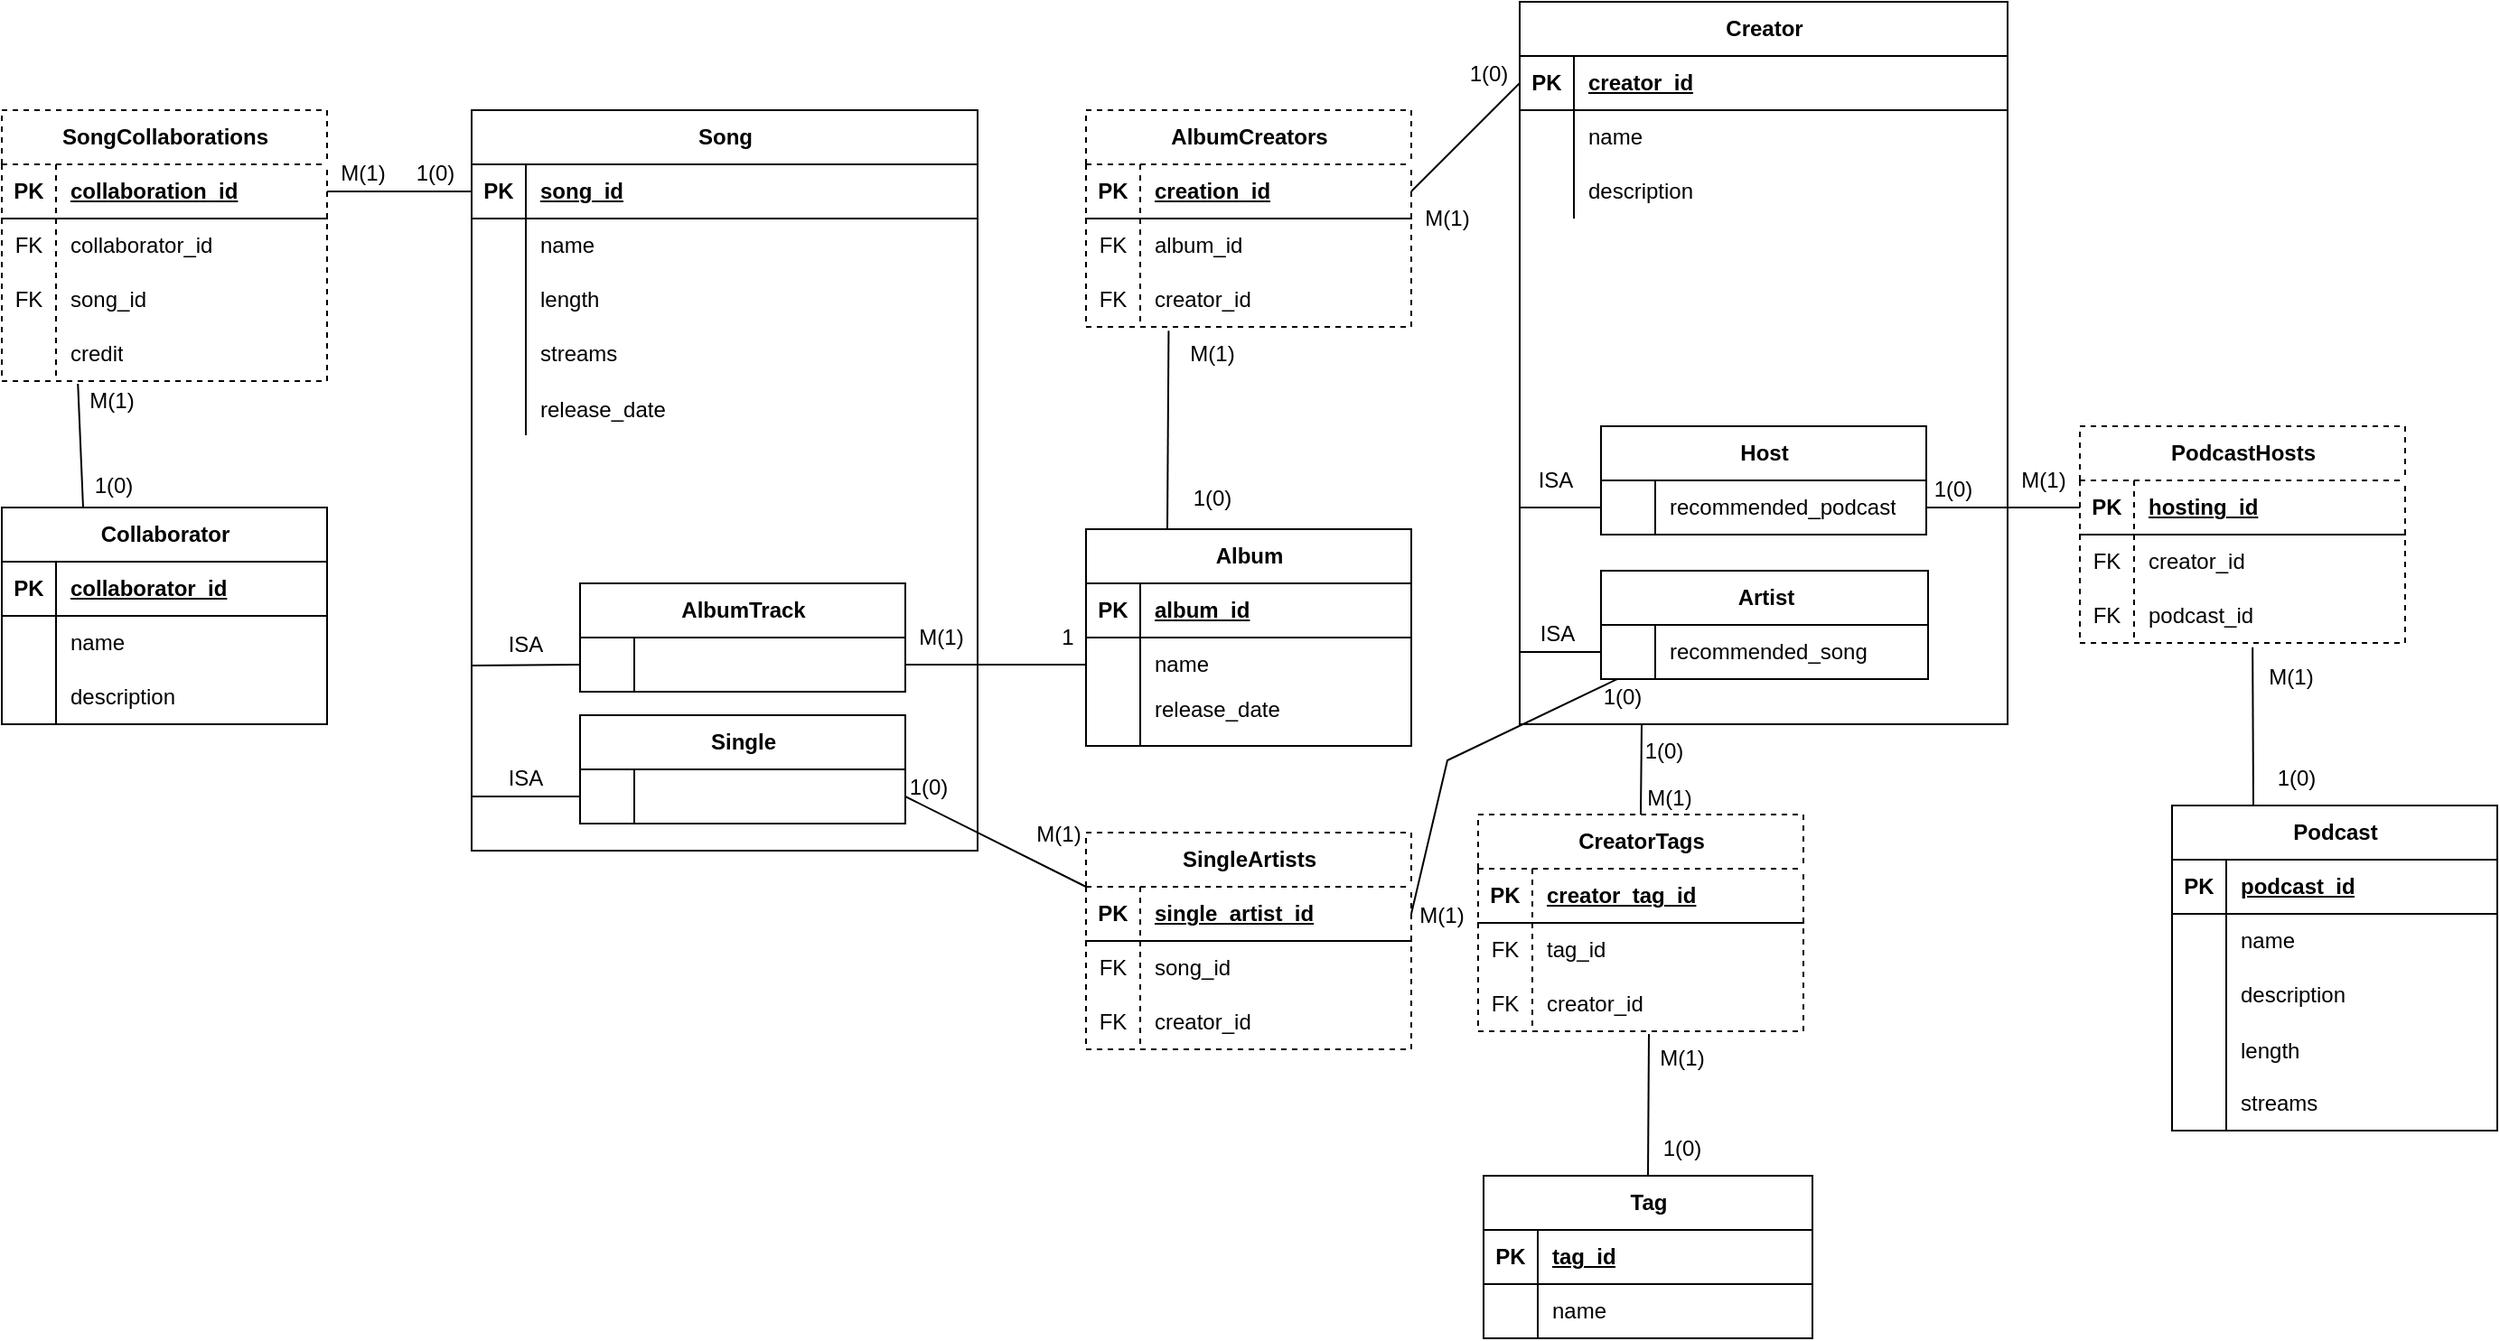
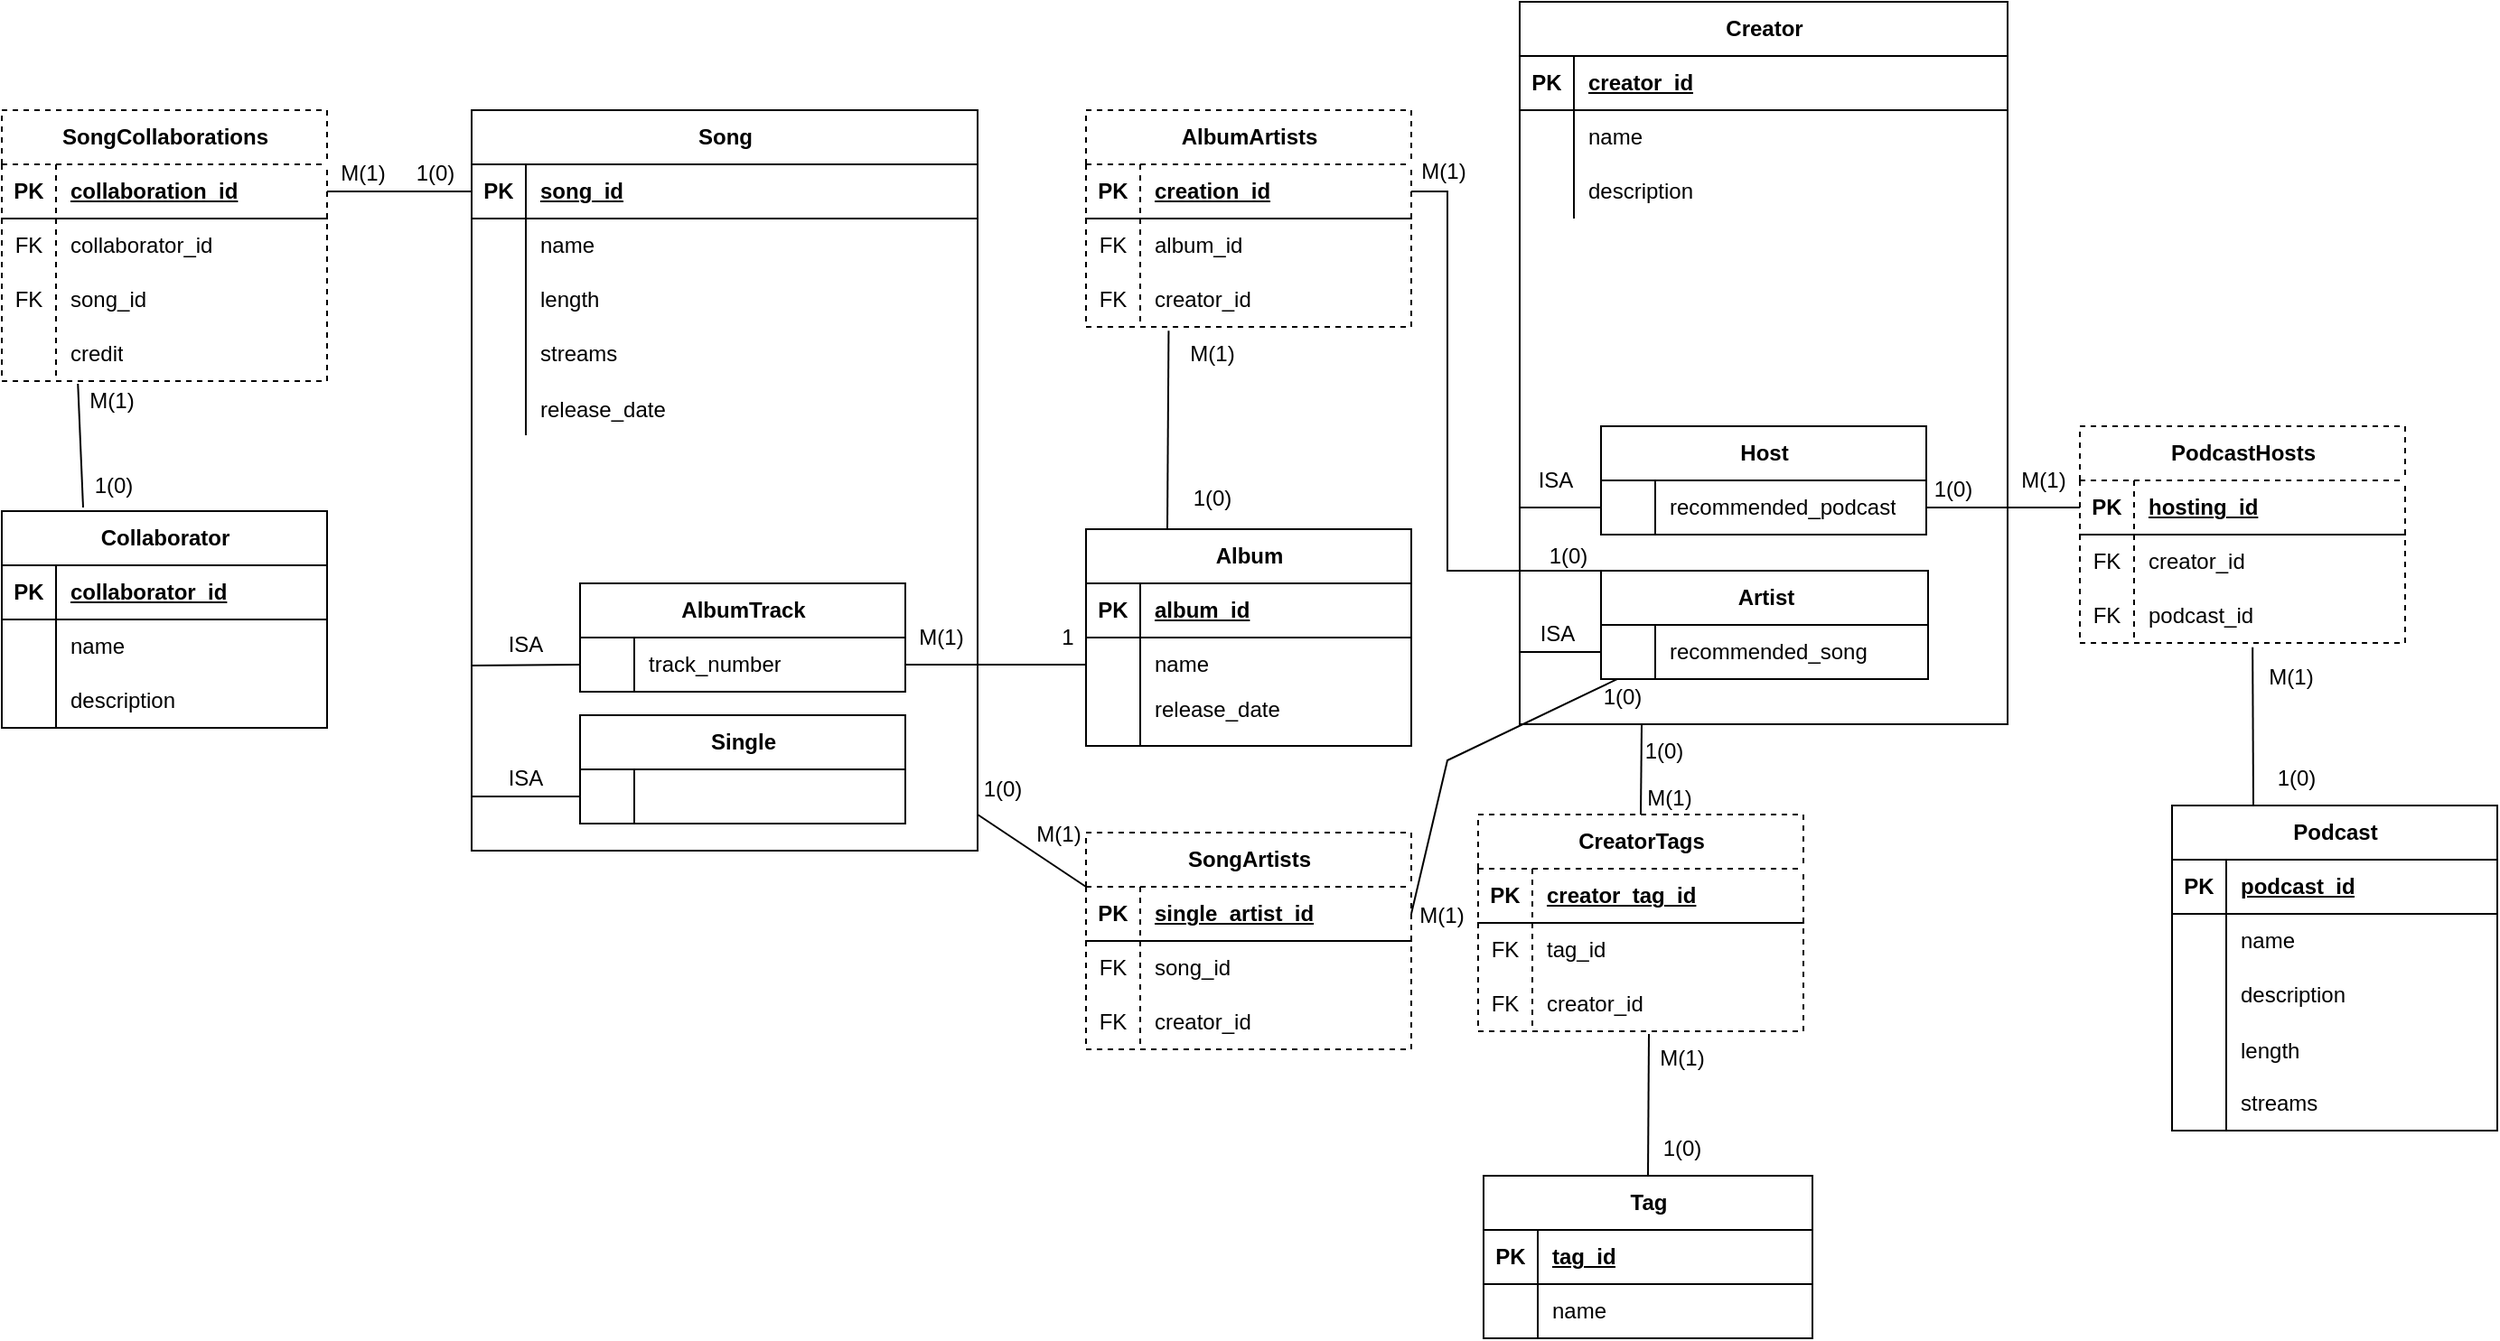
- <mxfile host="app.diagrams.net">
+ <mxfile host="Electron">
  <diagram name="Page-1" id="c-QZZQiSnRCh9IkJ3Fyq">
-     <mxGraphModel dx="2452" dy="872" grid="1" gridSize="10" guides="1" tooltips="1" connect="1" arrows="1" fold="1" page="1" pageScale="1" pageWidth="850" pageHeight="1100" math="0" shadow="0">
+     <mxGraphModel dx="2421" dy="918" grid="1" gridSize="10" guides="1" tooltips="1" connect="1" arrows="1" fold="1" page="1" pageScale="1" pageWidth="850" pageHeight="1100" math="0" shadow="0">
      <root>
        <mxCell id="0" />
        <mxCell id="1" parent="0" />
        <mxCell id="LGiJ1s8ebAZpOH5uJc-B-1" parent="1" style="shape=table;startSize=30;container=1;collapsible=1;childLayout=tableLayout;fixedRows=1;rowLines=0;fontStyle=1;align=center;resizeLast=1;html=1;" value="Creator" vertex="1">
          <mxGeometry height="400" width="270" x="620" as="geometry" />
        </mxCell>
        <mxCell id="LGiJ1s8ebAZpOH5uJc-B-2" parent="LGiJ1s8ebAZpOH5uJc-B-1" style="shape=tableRow;horizontal=0;startSize=0;swimlaneHead=0;swimlaneBody=0;fillColor=none;collapsible=0;dropTarget=0;points=[[0,0.5],[1,0.5]];portConstraint=eastwest;top=0;left=0;right=0;bottom=1;" value="" vertex="1">
          <mxGeometry height="30" width="270" y="30" as="geometry" />
        </mxCell>
        <mxCell id="LGiJ1s8ebAZpOH5uJc-B-3" parent="LGiJ1s8ebAZpOH5uJc-B-2" style="shape=partialRectangle;connectable=0;fillColor=none;top=0;left=0;bottom=0;right=0;fontStyle=1;overflow=hidden;whiteSpace=wrap;html=1;" value="PK" vertex="1">
          <mxGeometry height="30" width="30" as="geometry">
            <mxRectangle height="30" width="30" as="alternateBounds" />
          </mxGeometry>
        </mxCell>
        <mxCell id="LGiJ1s8ebAZpOH5uJc-B-4" parent="LGiJ1s8ebAZpOH5uJc-B-2" style="shape=partialRectangle;connectable=0;fillColor=none;top=0;left=0;bottom=0;right=0;align=left;spacingLeft=6;fontStyle=5;overflow=hidden;whiteSpace=wrap;html=1;" value="creator_id" vertex="1">
          <mxGeometry height="30" width="240" x="30" as="geometry">
            <mxRectangle height="30" width="240" as="alternateBounds" />
          </mxGeometry>
        </mxCell>
        <mxCell id="LGiJ1s8ebAZpOH5uJc-B-5" parent="LGiJ1s8ebAZpOH5uJc-B-1" style="shape=tableRow;horizontal=0;startSize=0;swimlaneHead=0;swimlaneBody=0;fillColor=none;collapsible=0;dropTarget=0;points=[[0,0.5],[1,0.5]];portConstraint=eastwest;top=0;left=0;right=0;bottom=0;" value="" vertex="1">
          <mxGeometry height="30" width="270" y="60" as="geometry" />
        </mxCell>
        <mxCell id="LGiJ1s8ebAZpOH5uJc-B-6" parent="LGiJ1s8ebAZpOH5uJc-B-5" style="shape=partialRectangle;connectable=0;fillColor=none;top=0;left=0;bottom=0;right=0;editable=1;overflow=hidden;whiteSpace=wrap;html=1;" value="" vertex="1">
          <mxGeometry height="30" width="30" as="geometry">
            <mxRectangle height="30" width="30" as="alternateBounds" />
          </mxGeometry>
        </mxCell>
        <mxCell id="LGiJ1s8ebAZpOH5uJc-B-7" parent="LGiJ1s8ebAZpOH5uJc-B-5" style="shape=partialRectangle;connectable=0;fillColor=none;top=0;left=0;bottom=0;right=0;align=left;spacingLeft=6;overflow=hidden;whiteSpace=wrap;html=1;" value="name" vertex="1">
          <mxGeometry height="30" width="240" x="30" as="geometry">
            <mxRectangle height="30" width="240" as="alternateBounds" />
          </mxGeometry>
        </mxCell>
        <mxCell id="LGiJ1s8ebAZpOH5uJc-B-8" parent="LGiJ1s8ebAZpOH5uJc-B-1" style="shape=tableRow;horizontal=0;startSize=0;swimlaneHead=0;swimlaneBody=0;fillColor=none;collapsible=0;dropTarget=0;points=[[0,0.5],[1,0.5]];portConstraint=eastwest;top=0;left=0;right=0;bottom=0;" value="" vertex="1">
          <mxGeometry height="30" width="270" y="90" as="geometry" />
        </mxCell>
        <mxCell id="LGiJ1s8ebAZpOH5uJc-B-9" parent="LGiJ1s8ebAZpOH5uJc-B-8" style="shape=partialRectangle;connectable=0;fillColor=none;top=0;left=0;bottom=0;right=0;editable=1;overflow=hidden;whiteSpace=wrap;html=1;" value="" vertex="1">
          <mxGeometry height="30" width="30" as="geometry">
            <mxRectangle height="30" width="30" as="alternateBounds" />
          </mxGeometry>
        </mxCell>
        <mxCell id="LGiJ1s8ebAZpOH5uJc-B-10" parent="LGiJ1s8ebAZpOH5uJc-B-8" style="shape=partialRectangle;connectable=0;fillColor=none;top=0;left=0;bottom=0;right=0;align=left;spacingLeft=6;overflow=hidden;whiteSpace=wrap;html=1;" value="description" vertex="1">
          <mxGeometry height="30" width="240" x="30" as="geometry">
            <mxRectangle height="30" width="240" as="alternateBounds" />
          </mxGeometry>
        </mxCell>
        <mxCell id="UtRs8WN_C0BMRGelSaca-1" parent="1" style="shape=table;startSize=30;container=1;collapsible=1;childLayout=tableLayout;fixedRows=1;rowLines=0;fontStyle=1;align=center;resizeLast=1;html=1;" value="Artist" vertex="1">
          <mxGeometry height="60" width="181" x="665" y="315" as="geometry" />
        </mxCell>
        <mxCell id="UtRs8WN_C0BMRGelSaca-5" parent="UtRs8WN_C0BMRGelSaca-1" style="shape=tableRow;horizontal=0;startSize=0;swimlaneHead=0;swimlaneBody=0;fillColor=none;collapsible=0;dropTarget=0;points=[[0,0.5],[1,0.5]];portConstraint=eastwest;top=0;left=0;right=0;bottom=0;" value="" vertex="1">
          <mxGeometry height="30" width="181" y="30" as="geometry" />
        </mxCell>
        <mxCell id="UtRs8WN_C0BMRGelSaca-6" parent="UtRs8WN_C0BMRGelSaca-5" style="shape=partialRectangle;connectable=0;fillColor=none;top=0;left=0;bottom=0;right=0;editable=1;overflow=hidden;whiteSpace=wrap;html=1;" value="" vertex="1">
          <mxGeometry height="30" width="30" as="geometry">
            <mxRectangle height="30" width="30" as="alternateBounds" />
          </mxGeometry>
        </mxCell>
        <mxCell id="UtRs8WN_C0BMRGelSaca-7" parent="UtRs8WN_C0BMRGelSaca-5" style="shape=partialRectangle;connectable=0;fillColor=none;top=0;left=0;bottom=0;right=0;align=left;spacingLeft=6;overflow=hidden;whiteSpace=wrap;html=1;" value="recommended_song" vertex="1">
          <mxGeometry height="30" width="151" x="30" as="geometry">
            <mxRectangle height="30" width="151" as="alternateBounds" />
          </mxGeometry>
        </mxCell>
        <mxCell id="UtRs8WN_C0BMRGelSaca-14" parent="1" style="shape=table;startSize=30;container=1;collapsible=1;childLayout=tableLayout;fixedRows=1;rowLines=0;fontStyle=1;align=center;resizeLast=1;html=1;" value="Host" vertex="1">
          <mxGeometry height="60" width="180" x="665" y="235" as="geometry" />
        </mxCell>
        <mxCell id="UtRs8WN_C0BMRGelSaca-24" parent="UtRs8WN_C0BMRGelSaca-14" style="shape=tableRow;horizontal=0;startSize=0;swimlaneHead=0;swimlaneBody=0;fillColor=none;collapsible=0;dropTarget=0;points=[[0,0.5],[1,0.5]];portConstraint=eastwest;top=0;left=0;right=0;bottom=0;" value="" vertex="1">
          <mxGeometry height="30" width="180" y="30" as="geometry" />
        </mxCell>
        <mxCell id="UtRs8WN_C0BMRGelSaca-25" parent="UtRs8WN_C0BMRGelSaca-24" style="shape=partialRectangle;connectable=0;fillColor=none;top=0;left=0;bottom=0;right=0;editable=1;overflow=hidden;whiteSpace=wrap;html=1;" value="" vertex="1">
          <mxGeometry height="30" width="30" as="geometry">
            <mxRectangle height="30" width="30" as="alternateBounds" />
          </mxGeometry>
        </mxCell>
        <mxCell id="UtRs8WN_C0BMRGelSaca-26" parent="UtRs8WN_C0BMRGelSaca-24" style="shape=partialRectangle;connectable=0;fillColor=none;top=0;left=0;bottom=0;right=0;align=left;spacingLeft=6;overflow=hidden;whiteSpace=wrap;html=1;" value="recommended_podcast" vertex="1">
          <mxGeometry height="30" width="150" x="30" as="geometry">
            <mxRectangle height="30" width="150" as="alternateBounds" />
          </mxGeometry>
        </mxCell>
        <mxCell id="UtRs8WN_C0BMRGelSaca-149" edge="1" parent="1" style="edgeStyle=orthogonalEdgeStyle;rounded=0;orthogonalLoop=1;jettySize=auto;html=1;exitX=0;exitY=0.75;exitDx=0;exitDy=0;">
          <mxGeometry relative="1" as="geometry">
            <mxPoint x="40" y="377.5" as="sourcePoint" />
            <mxPoint x="40" y="377.83333333333337" as="targetPoint" />
          </mxGeometry>
        </mxCell>
        <mxCell id="UtRs8WN_C0BMRGelSaca-27" parent="1" style="shape=table;startSize=30;container=1;collapsible=1;childLayout=tableLayout;fixedRows=1;rowLines=0;fontStyle=1;align=center;resizeLast=1;html=1;" value="Song" vertex="1">
          <mxGeometry height="410" width="280" x="40" y="60" as="geometry" />
        </mxCell>
        <mxCell id="UtRs8WN_C0BMRGelSaca-28" parent="UtRs8WN_C0BMRGelSaca-27" style="shape=tableRow;horizontal=0;startSize=0;swimlaneHead=0;swimlaneBody=0;fillColor=none;collapsible=0;dropTarget=0;points=[[0,0.5],[1,0.5]];portConstraint=eastwest;top=0;left=0;right=0;bottom=1;" value="" vertex="1">
          <mxGeometry height="30" width="280" y="30" as="geometry" />
        </mxCell>
        <mxCell id="UtRs8WN_C0BMRGelSaca-29" parent="UtRs8WN_C0BMRGelSaca-28" style="shape=partialRectangle;connectable=0;fillColor=none;top=0;left=0;bottom=0;right=0;fontStyle=1;overflow=hidden;whiteSpace=wrap;html=1;" value="PK" vertex="1">
          <mxGeometry height="30" width="30" as="geometry">
            <mxRectangle height="30" width="30" as="alternateBounds" />
          </mxGeometry>
        </mxCell>
        <mxCell id="UtRs8WN_C0BMRGelSaca-30" parent="UtRs8WN_C0BMRGelSaca-28" style="shape=partialRectangle;connectable=0;fillColor=none;top=0;left=0;bottom=0;right=0;align=left;spacingLeft=6;fontStyle=5;overflow=hidden;whiteSpace=wrap;html=1;" value="song_id" vertex="1">
          <mxGeometry height="30" width="250" x="30" as="geometry">
            <mxRectangle height="30" width="250" as="alternateBounds" />
          </mxGeometry>
        </mxCell>
        <mxCell id="UtRs8WN_C0BMRGelSaca-31" parent="UtRs8WN_C0BMRGelSaca-27" style="shape=tableRow;horizontal=0;startSize=0;swimlaneHead=0;swimlaneBody=0;fillColor=none;collapsible=0;dropTarget=0;points=[[0,0.5],[1,0.5]];portConstraint=eastwest;top=0;left=0;right=0;bottom=0;" value="" vertex="1">
          <mxGeometry height="30" width="280" y="60" as="geometry" />
        </mxCell>
        <mxCell id="UtRs8WN_C0BMRGelSaca-32" parent="UtRs8WN_C0BMRGelSaca-31" style="shape=partialRectangle;connectable=0;fillColor=none;top=0;left=0;bottom=0;right=0;editable=1;overflow=hidden;whiteSpace=wrap;html=1;" value="" vertex="1">
          <mxGeometry height="30" width="30" as="geometry">
            <mxRectangle height="30" width="30" as="alternateBounds" />
          </mxGeometry>
        </mxCell>
        <mxCell id="UtRs8WN_C0BMRGelSaca-33" parent="UtRs8WN_C0BMRGelSaca-31" style="shape=partialRectangle;connectable=0;fillColor=none;top=0;left=0;bottom=0;right=0;align=left;spacingLeft=6;overflow=hidden;whiteSpace=wrap;html=1;" value="name" vertex="1">
          <mxGeometry height="30" width="250" x="30" as="geometry">
            <mxRectangle height="30" width="250" as="alternateBounds" />
          </mxGeometry>
        </mxCell>
        <mxCell id="UtRs8WN_C0BMRGelSaca-34" parent="UtRs8WN_C0BMRGelSaca-27" style="shape=tableRow;horizontal=0;startSize=0;swimlaneHead=0;swimlaneBody=0;fillColor=none;collapsible=0;dropTarget=0;points=[[0,0.5],[1,0.5]];portConstraint=eastwest;top=0;left=0;right=0;bottom=0;" value="" vertex="1">
          <mxGeometry height="30" width="280" y="90" as="geometry" />
        </mxCell>
        <mxCell id="UtRs8WN_C0BMRGelSaca-35" parent="UtRs8WN_C0BMRGelSaca-34" style="shape=partialRectangle;connectable=0;fillColor=none;top=0;left=0;bottom=0;right=0;editable=1;overflow=hidden;whiteSpace=wrap;html=1;" value="" vertex="1">
          <mxGeometry height="30" width="30" as="geometry">
            <mxRectangle height="30" width="30" as="alternateBounds" />
          </mxGeometry>
        </mxCell>
        <mxCell id="UtRs8WN_C0BMRGelSaca-36" parent="UtRs8WN_C0BMRGelSaca-34" style="shape=partialRectangle;connectable=0;fillColor=none;top=0;left=0;bottom=0;right=0;align=left;spacingLeft=6;overflow=hidden;whiteSpace=wrap;html=1;" value="length" vertex="1">
          <mxGeometry height="30" width="250" x="30" as="geometry">
            <mxRectangle height="30" width="250" as="alternateBounds" />
          </mxGeometry>
        </mxCell>
        <mxCell id="UtRs8WN_C0BMRGelSaca-37" parent="UtRs8WN_C0BMRGelSaca-27" style="shape=tableRow;horizontal=0;startSize=0;swimlaneHead=0;swimlaneBody=0;fillColor=none;collapsible=0;dropTarget=0;points=[[0,0.5],[1,0.5]];portConstraint=eastwest;top=0;left=0;right=0;bottom=0;" value="" vertex="1">
          <mxGeometry height="30" width="280" y="120" as="geometry" />
        </mxCell>
        <mxCell id="UtRs8WN_C0BMRGelSaca-38" parent="UtRs8WN_C0BMRGelSaca-37" style="shape=partialRectangle;connectable=0;fillColor=none;top=0;left=0;bottom=0;right=0;editable=1;overflow=hidden;whiteSpace=wrap;html=1;" value="" vertex="1">
          <mxGeometry height="30" width="30" as="geometry">
            <mxRectangle height="30" width="30" as="alternateBounds" />
          </mxGeometry>
        </mxCell>
        <mxCell id="UtRs8WN_C0BMRGelSaca-39" parent="UtRs8WN_C0BMRGelSaca-37" style="shape=partialRectangle;connectable=0;fillColor=none;top=0;left=0;bottom=0;right=0;align=left;spacingLeft=6;overflow=hidden;whiteSpace=wrap;html=1;" value="streams" vertex="1">
          <mxGeometry height="30" width="250" x="30" as="geometry">
            <mxRectangle height="30" width="250" as="alternateBounds" />
          </mxGeometry>
        </mxCell>
        <mxCell id="UtRs8WN_C0BMRGelSaca-145" parent="UtRs8WN_C0BMRGelSaca-27" style="shape=tableRow;horizontal=0;startSize=0;swimlaneHead=0;swimlaneBody=0;fillColor=none;collapsible=0;dropTarget=0;points=[[0,0.5],[1,0.5]];portConstraint=eastwest;top=0;left=0;right=0;bottom=0;" value="" vertex="1">
          <mxGeometry height="30" width="280" y="150" as="geometry" />
        </mxCell>
        <mxCell id="UtRs8WN_C0BMRGelSaca-146" parent="UtRs8WN_C0BMRGelSaca-145" style="shape=partialRectangle;connectable=0;fillColor=none;top=0;left=0;bottom=0;right=0;editable=1;overflow=hidden;" value="" vertex="1">
          <mxGeometry height="30" width="30" as="geometry">
            <mxRectangle height="30" width="30" as="alternateBounds" />
          </mxGeometry>
        </mxCell>
        <mxCell id="UtRs8WN_C0BMRGelSaca-147" parent="UtRs8WN_C0BMRGelSaca-145" style="shape=partialRectangle;connectable=0;fillColor=none;top=0;left=0;bottom=0;right=0;align=left;spacingLeft=6;overflow=hidden;" value="release_date" vertex="1">
          <mxGeometry height="30" width="250" x="30" as="geometry">
            <mxRectangle height="30" width="250" as="alternateBounds" />
          </mxGeometry>
        </mxCell>
        <mxCell id="UtRs8WN_C0BMRGelSaca-40" parent="1" style="shape=table;startSize=30;container=1;collapsible=1;childLayout=tableLayout;fixedRows=1;rowLines=0;fontStyle=1;align=center;resizeLast=1;html=1;" value="Single" vertex="1">
          <mxGeometry height="60" width="180" x="100" y="395" as="geometry" />
        </mxCell>
        <mxCell id="UtRs8WN_C0BMRGelSaca-50" parent="UtRs8WN_C0BMRGelSaca-40" style="shape=tableRow;horizontal=0;startSize=0;swimlaneHead=0;swimlaneBody=0;fillColor=none;collapsible=0;dropTarget=0;points=[[0,0.5],[1,0.5]];portConstraint=eastwest;top=0;left=0;right=0;bottom=0;" value="" vertex="1">
          <mxGeometry height="30" width="180" y="30" as="geometry" />
        </mxCell>
        <mxCell id="UtRs8WN_C0BMRGelSaca-51" parent="UtRs8WN_C0BMRGelSaca-50" style="shape=partialRectangle;connectable=0;fillColor=none;top=0;left=0;bottom=0;right=0;editable=1;overflow=hidden;whiteSpace=wrap;html=1;" value="" vertex="1">
          <mxGeometry height="30" width="30" as="geometry">
            <mxRectangle height="30" width="30" as="alternateBounds" />
          </mxGeometry>
        </mxCell>
        <mxCell id="UtRs8WN_C0BMRGelSaca-52" parent="UtRs8WN_C0BMRGelSaca-50" style="shape=partialRectangle;connectable=0;fillColor=none;top=0;left=0;bottom=0;right=0;align=left;spacingLeft=6;overflow=hidden;whiteSpace=wrap;html=1;" value="" vertex="1">
          <mxGeometry height="30" width="150" x="30" as="geometry">
            <mxRectangle height="30" width="150" as="alternateBounds" />
          </mxGeometry>
        </mxCell>
        <mxCell id="UtRs8WN_C0BMRGelSaca-53" parent="1" style="shape=table;startSize=30;container=1;collapsible=1;childLayout=tableLayout;fixedRows=1;rowLines=0;fontStyle=1;align=center;resizeLast=1;html=1;" value="AlbumTrack" vertex="1">
          <mxGeometry height="60" width="180" x="100" y="322" as="geometry" />
        </mxCell>
        <mxCell id="UtRs8WN_C0BMRGelSaca-63" parent="UtRs8WN_C0BMRGelSaca-53" style="shape=tableRow;horizontal=0;startSize=0;swimlaneHead=0;swimlaneBody=0;fillColor=none;collapsible=0;dropTarget=0;points=[[0,0.5],[1,0.5]];portConstraint=eastwest;top=0;left=0;right=0;bottom=0;" value="" vertex="1">
          <mxGeometry height="30" width="180" y="30" as="geometry" />
        </mxCell>
        <mxCell id="UtRs8WN_C0BMRGelSaca-64" parent="UtRs8WN_C0BMRGelSaca-63" style="shape=partialRectangle;connectable=0;fillColor=none;top=0;left=0;bottom=0;right=0;editable=1;overflow=hidden;whiteSpace=wrap;html=1;" value="" vertex="1">
          <mxGeometry height="30" width="30" as="geometry">
            <mxRectangle height="30" width="30" as="alternateBounds" />
          </mxGeometry>
        </mxCell>
-         <mxCell id="UtRs8WN_C0BMRGelSaca-65" parent="UtRs8WN_C0BMRGelSaca-63" style="shape=partialRectangle;connectable=0;fillColor=none;top=0;left=0;bottom=0;right=0;align=left;spacingLeft=6;overflow=hidden;whiteSpace=wrap;html=1;" value="" vertex="1">
+         <mxCell id="UtRs8WN_C0BMRGelSaca-65" parent="UtRs8WN_C0BMRGelSaca-63" style="shape=partialRectangle;connectable=0;fillColor=none;top=0;left=0;bottom=0;right=0;align=left;spacingLeft=6;overflow=hidden;whiteSpace=wrap;html=1;" value="track_number" vertex="1">
          <mxGeometry height="30" width="150" x="30" as="geometry">
            <mxRectangle height="30" width="150" as="alternateBounds" />
          </mxGeometry>
        </mxCell>
        <mxCell id="UtRs8WN_C0BMRGelSaca-66" parent="1" style="shape=table;startSize=30;container=1;collapsible=1;childLayout=tableLayout;fixedRows=1;rowLines=0;fontStyle=1;align=center;resizeLast=1;html=1;" value="Tag" vertex="1">
          <mxGeometry height="90" width="182" x="600" y="650" as="geometry" />
        </mxCell>
        <mxCell id="UtRs8WN_C0BMRGelSaca-67" parent="UtRs8WN_C0BMRGelSaca-66" style="shape=tableRow;horizontal=0;startSize=0;swimlaneHead=0;swimlaneBody=0;fillColor=none;collapsible=0;dropTarget=0;points=[[0,0.5],[1,0.5]];portConstraint=eastwest;top=0;left=0;right=0;bottom=1;" value="" vertex="1">
          <mxGeometry height="30" width="182" y="30" as="geometry" />
        </mxCell>
        <mxCell id="UtRs8WN_C0BMRGelSaca-68" parent="UtRs8WN_C0BMRGelSaca-67" style="shape=partialRectangle;connectable=0;fillColor=none;top=0;left=0;bottom=0;right=0;fontStyle=1;overflow=hidden;whiteSpace=wrap;html=1;" value="PK" vertex="1">
          <mxGeometry height="30" width="30" as="geometry">
            <mxRectangle height="30" width="30" as="alternateBounds" />
          </mxGeometry>
        </mxCell>
        <mxCell id="UtRs8WN_C0BMRGelSaca-69" parent="UtRs8WN_C0BMRGelSaca-67" style="shape=partialRectangle;connectable=0;fillColor=none;top=0;left=0;bottom=0;right=0;align=left;spacingLeft=6;fontStyle=5;overflow=hidden;whiteSpace=wrap;html=1;" value="tag_id" vertex="1">
          <mxGeometry height="30" width="152" x="30" as="geometry">
            <mxRectangle height="30" width="152" as="alternateBounds" />
          </mxGeometry>
        </mxCell>
        <mxCell id="UtRs8WN_C0BMRGelSaca-70" parent="UtRs8WN_C0BMRGelSaca-66" style="shape=tableRow;horizontal=0;startSize=0;swimlaneHead=0;swimlaneBody=0;fillColor=none;collapsible=0;dropTarget=0;points=[[0,0.5],[1,0.5]];portConstraint=eastwest;top=0;left=0;right=0;bottom=0;" value="" vertex="1">
          <mxGeometry height="30" width="182" y="60" as="geometry" />
        </mxCell>
        <mxCell id="UtRs8WN_C0BMRGelSaca-71" parent="UtRs8WN_C0BMRGelSaca-70" style="shape=partialRectangle;connectable=0;fillColor=none;top=0;left=0;bottom=0;right=0;editable=1;overflow=hidden;whiteSpace=wrap;html=1;" value="" vertex="1">
          <mxGeometry height="30" width="30" as="geometry">
            <mxRectangle height="30" width="30" as="alternateBounds" />
          </mxGeometry>
        </mxCell>
        <mxCell id="UtRs8WN_C0BMRGelSaca-72" parent="UtRs8WN_C0BMRGelSaca-70" style="shape=partialRectangle;connectable=0;fillColor=none;top=0;left=0;bottom=0;right=0;align=left;spacingLeft=6;overflow=hidden;whiteSpace=wrap;html=1;" value="name" vertex="1">
          <mxGeometry height="30" width="152" x="30" as="geometry">
            <mxRectangle height="30" width="152" as="alternateBounds" />
          </mxGeometry>
        </mxCell>
        <mxCell id="UtRs8WN_C0BMRGelSaca-79" parent="1" style="shape=table;startSize=30;container=1;collapsible=1;childLayout=tableLayout;fixedRows=1;rowLines=0;fontStyle=1;align=center;resizeLast=1;html=1;" value="Podcast" vertex="1">
          <mxGeometry height="180" width="180" x="981" y="445" as="geometry" />
        </mxCell>
        <mxCell id="UtRs8WN_C0BMRGelSaca-80" parent="UtRs8WN_C0BMRGelSaca-79" style="shape=tableRow;horizontal=0;startSize=0;swimlaneHead=0;swimlaneBody=0;fillColor=none;collapsible=0;dropTarget=0;points=[[0,0.5],[1,0.5]];portConstraint=eastwest;top=0;left=0;right=0;bottom=1;" value="" vertex="1">
          <mxGeometry height="30" width="180" y="30" as="geometry" />
        </mxCell>
        <mxCell id="UtRs8WN_C0BMRGelSaca-81" parent="UtRs8WN_C0BMRGelSaca-80" style="shape=partialRectangle;connectable=0;fillColor=none;top=0;left=0;bottom=0;right=0;fontStyle=1;overflow=hidden;whiteSpace=wrap;html=1;" value="PK" vertex="1">
          <mxGeometry height="30" width="30" as="geometry">
            <mxRectangle height="30" width="30" as="alternateBounds" />
          </mxGeometry>
        </mxCell>
        <mxCell id="UtRs8WN_C0BMRGelSaca-82" parent="UtRs8WN_C0BMRGelSaca-80" style="shape=partialRectangle;connectable=0;fillColor=none;top=0;left=0;bottom=0;right=0;align=left;spacingLeft=6;fontStyle=5;overflow=hidden;whiteSpace=wrap;html=1;" value="podcast_id" vertex="1">
          <mxGeometry height="30" width="150" x="30" as="geometry">
            <mxRectangle height="30" width="150" as="alternateBounds" />
          </mxGeometry>
        </mxCell>
        <mxCell id="UtRs8WN_C0BMRGelSaca-83" parent="UtRs8WN_C0BMRGelSaca-79" style="shape=tableRow;horizontal=0;startSize=0;swimlaneHead=0;swimlaneBody=0;fillColor=none;collapsible=0;dropTarget=0;points=[[0,0.5],[1,0.5]];portConstraint=eastwest;top=0;left=0;right=0;bottom=0;" value="" vertex="1">
          <mxGeometry height="30" width="180" y="60" as="geometry" />
        </mxCell>
        <mxCell id="UtRs8WN_C0BMRGelSaca-84" parent="UtRs8WN_C0BMRGelSaca-83" style="shape=partialRectangle;connectable=0;fillColor=none;top=0;left=0;bottom=0;right=0;editable=1;overflow=hidden;whiteSpace=wrap;html=1;" value="" vertex="1">
          <mxGeometry height="30" width="30" as="geometry">
            <mxRectangle height="30" width="30" as="alternateBounds" />
          </mxGeometry>
        </mxCell>
        <mxCell id="UtRs8WN_C0BMRGelSaca-85" parent="UtRs8WN_C0BMRGelSaca-83" style="shape=partialRectangle;connectable=0;fillColor=none;top=0;left=0;bottom=0;right=0;align=left;spacingLeft=6;overflow=hidden;whiteSpace=wrap;html=1;" value="name" vertex="1">
          <mxGeometry height="30" width="150" x="30" as="geometry">
            <mxRectangle height="30" width="150" as="alternateBounds" />
          </mxGeometry>
        </mxCell>
        <mxCell id="UtRs8WN_C0BMRGelSaca-86" parent="UtRs8WN_C0BMRGelSaca-79" style="shape=tableRow;horizontal=0;startSize=0;swimlaneHead=0;swimlaneBody=0;fillColor=none;collapsible=0;dropTarget=0;points=[[0,0.5],[1,0.5]];portConstraint=eastwest;top=0;left=0;right=0;bottom=0;" value="" vertex="1">
          <mxGeometry height="30" width="180" y="90" as="geometry" />
        </mxCell>
        <mxCell id="UtRs8WN_C0BMRGelSaca-87" parent="UtRs8WN_C0BMRGelSaca-86" style="shape=partialRectangle;connectable=0;fillColor=none;top=0;left=0;bottom=0;right=0;editable=1;overflow=hidden;whiteSpace=wrap;html=1;" value="" vertex="1">
          <mxGeometry height="30" width="30" as="geometry">
            <mxRectangle height="30" width="30" as="alternateBounds" />
          </mxGeometry>
        </mxCell>
        <mxCell id="UtRs8WN_C0BMRGelSaca-88" parent="UtRs8WN_C0BMRGelSaca-86" style="shape=partialRectangle;connectable=0;fillColor=none;top=0;left=0;bottom=0;right=0;align=left;spacingLeft=6;overflow=hidden;whiteSpace=wrap;html=1;" value="description" vertex="1">
          <mxGeometry height="30" width="150" x="30" as="geometry">
            <mxRectangle height="30" width="150" as="alternateBounds" />
          </mxGeometry>
        </mxCell>
        <mxCell id="UtRs8WN_C0BMRGelSaca-137" parent="UtRs8WN_C0BMRGelSaca-79" style="shape=tableRow;horizontal=0;startSize=0;swimlaneHead=0;swimlaneBody=0;fillColor=none;collapsible=0;dropTarget=0;points=[[0,0.5],[1,0.5]];portConstraint=eastwest;top=0;left=0;right=0;bottom=0;" value="" vertex="1">
          <mxGeometry height="30" width="180" y="120" as="geometry" />
        </mxCell>
        <mxCell id="UtRs8WN_C0BMRGelSaca-138" parent="UtRs8WN_C0BMRGelSaca-137" style="shape=partialRectangle;connectable=0;fillColor=none;top=0;left=0;bottom=0;right=0;editable=1;overflow=hidden;" value="" vertex="1">
          <mxGeometry height="30" width="30" as="geometry">
            <mxRectangle height="30" width="30" as="alternateBounds" />
          </mxGeometry>
        </mxCell>
        <mxCell id="UtRs8WN_C0BMRGelSaca-139" parent="UtRs8WN_C0BMRGelSaca-137" style="shape=partialRectangle;connectable=0;fillColor=none;top=0;left=0;bottom=0;right=0;align=left;spacingLeft=6;overflow=hidden;" value="length" vertex="1">
          <mxGeometry height="30" width="150" x="30" as="geometry">
            <mxRectangle height="30" width="150" as="alternateBounds" />
          </mxGeometry>
        </mxCell>
        <mxCell id="UtRs8WN_C0BMRGelSaca-89" parent="UtRs8WN_C0BMRGelSaca-79" style="shape=tableRow;horizontal=0;startSize=0;swimlaneHead=0;swimlaneBody=0;fillColor=none;collapsible=0;dropTarget=0;points=[[0,0.5],[1,0.5]];portConstraint=eastwest;top=0;left=0;right=0;bottom=0;" value="" vertex="1">
          <mxGeometry height="30" width="180" y="150" as="geometry" />
        </mxCell>
        <mxCell id="UtRs8WN_C0BMRGelSaca-90" parent="UtRs8WN_C0BMRGelSaca-89" style="shape=partialRectangle;connectable=0;fillColor=none;top=0;left=0;bottom=0;right=0;editable=1;overflow=hidden;whiteSpace=wrap;html=1;" value="" vertex="1">
          <mxGeometry height="30" width="30" as="geometry">
            <mxRectangle height="30" width="30" as="alternateBounds" />
          </mxGeometry>
        </mxCell>
        <mxCell id="UtRs8WN_C0BMRGelSaca-91" parent="UtRs8WN_C0BMRGelSaca-89" style="shape=partialRectangle;connectable=0;fillColor=none;top=0;left=0;bottom=0;right=0;align=left;spacingLeft=6;overflow=hidden;whiteSpace=wrap;html=1;" value="streams" vertex="1">
          <mxGeometry height="30" width="150" x="30" as="geometry">
            <mxRectangle height="30" width="150" as="alternateBounds" />
          </mxGeometry>
        </mxCell>
        <mxCell id="UtRs8WN_C0BMRGelSaca-92" parent="1" style="shape=table;startSize=30;container=1;collapsible=1;childLayout=tableLayout;fixedRows=1;rowLines=0;fontStyle=1;align=center;resizeLast=1;html=1;" value="Collaborator" vertex="1">
-           <mxGeometry height="120" width="180" x="-220" y="280" as="geometry" />
+           <mxGeometry height="120" width="180" x="-220" y="282" as="geometry" />
        </mxCell>
        <mxCell id="UtRs8WN_C0BMRGelSaca-93" parent="UtRs8WN_C0BMRGelSaca-92" style="shape=tableRow;horizontal=0;startSize=0;swimlaneHead=0;swimlaneBody=0;fillColor=none;collapsible=0;dropTarget=0;points=[[0,0.5],[1,0.5]];portConstraint=eastwest;top=0;left=0;right=0;bottom=1;" value="" vertex="1">
          <mxGeometry height="30" width="180" y="30" as="geometry" />
        </mxCell>
        <mxCell id="UtRs8WN_C0BMRGelSaca-94" parent="UtRs8WN_C0BMRGelSaca-93" style="shape=partialRectangle;connectable=0;fillColor=none;top=0;left=0;bottom=0;right=0;fontStyle=1;overflow=hidden;whiteSpace=wrap;html=1;" value="PK" vertex="1">
          <mxGeometry height="30" width="30" as="geometry">
            <mxRectangle height="30" width="30" as="alternateBounds" />
          </mxGeometry>
        </mxCell>
        <mxCell id="UtRs8WN_C0BMRGelSaca-95" parent="UtRs8WN_C0BMRGelSaca-93" style="shape=partialRectangle;connectable=0;fillColor=none;top=0;left=0;bottom=0;right=0;align=left;spacingLeft=6;fontStyle=5;overflow=hidden;whiteSpace=wrap;html=1;" value="collaborator_id" vertex="1">
          <mxGeometry height="30" width="150" x="30" as="geometry">
            <mxRectangle height="30" width="150" as="alternateBounds" />
          </mxGeometry>
        </mxCell>
        <mxCell id="UtRs8WN_C0BMRGelSaca-96" parent="UtRs8WN_C0BMRGelSaca-92" style="shape=tableRow;horizontal=0;startSize=0;swimlaneHead=0;swimlaneBody=0;fillColor=none;collapsible=0;dropTarget=0;points=[[0,0.5],[1,0.5]];portConstraint=eastwest;top=0;left=0;right=0;bottom=0;" value="" vertex="1">
          <mxGeometry height="30" width="180" y="60" as="geometry" />
        </mxCell>
        <mxCell id="UtRs8WN_C0BMRGelSaca-97" parent="UtRs8WN_C0BMRGelSaca-96" style="shape=partialRectangle;connectable=0;fillColor=none;top=0;left=0;bottom=0;right=0;editable=1;overflow=hidden;whiteSpace=wrap;html=1;" value="" vertex="1">
          <mxGeometry height="30" width="30" as="geometry">
            <mxRectangle height="30" width="30" as="alternateBounds" />
          </mxGeometry>
        </mxCell>
        <mxCell id="UtRs8WN_C0BMRGelSaca-98" parent="UtRs8WN_C0BMRGelSaca-96" style="shape=partialRectangle;connectable=0;fillColor=none;top=0;left=0;bottom=0;right=0;align=left;spacingLeft=6;overflow=hidden;whiteSpace=wrap;html=1;" value="name" vertex="1">
          <mxGeometry height="30" width="150" x="30" as="geometry">
            <mxRectangle height="30" width="150" as="alternateBounds" />
          </mxGeometry>
        </mxCell>
        <mxCell id="UtRs8WN_C0BMRGelSaca-99" parent="UtRs8WN_C0BMRGelSaca-92" style="shape=tableRow;horizontal=0;startSize=0;swimlaneHead=0;swimlaneBody=0;fillColor=none;collapsible=0;dropTarget=0;points=[[0,0.5],[1,0.5]];portConstraint=eastwest;top=0;left=0;right=0;bottom=0;" value="" vertex="1">
          <mxGeometry height="30" width="180" y="90" as="geometry" />
        </mxCell>
        <mxCell id="UtRs8WN_C0BMRGelSaca-100" parent="UtRs8WN_C0BMRGelSaca-99" style="shape=partialRectangle;connectable=0;fillColor=none;top=0;left=0;bottom=0;right=0;editable=1;overflow=hidden;whiteSpace=wrap;html=1;" value="" vertex="1">
          <mxGeometry height="30" width="30" as="geometry">
            <mxRectangle height="30" width="30" as="alternateBounds" />
          </mxGeometry>
        </mxCell>
        <mxCell id="UtRs8WN_C0BMRGelSaca-101" parent="UtRs8WN_C0BMRGelSaca-99" style="shape=partialRectangle;connectable=0;fillColor=none;top=0;left=0;bottom=0;right=0;align=left;spacingLeft=6;overflow=hidden;whiteSpace=wrap;html=1;" value="description" vertex="1">
          <mxGeometry height="30" width="150" x="30" as="geometry">
            <mxRectangle height="30" width="150" as="alternateBounds" />
          </mxGeometry>
        </mxCell>
        <mxCell id="UtRs8WN_C0BMRGelSaca-118" parent="1" style="shape=table;startSize=30;container=1;collapsible=1;childLayout=tableLayout;fixedRows=1;rowLines=0;fontStyle=1;align=center;resizeLast=1;html=1;" value="Album" vertex="1">
          <mxGeometry height="120" width="180" x="380" y="292" as="geometry" />
        </mxCell>
        <mxCell id="UtRs8WN_C0BMRGelSaca-119" parent="UtRs8WN_C0BMRGelSaca-118" style="shape=tableRow;horizontal=0;startSize=0;swimlaneHead=0;swimlaneBody=0;fillColor=none;collapsible=0;dropTarget=0;points=[[0,0.5],[1,0.5]];portConstraint=eastwest;top=0;left=0;right=0;bottom=1;" value="" vertex="1">
          <mxGeometry height="30" width="180" y="30" as="geometry" />
        </mxCell>
        <mxCell id="UtRs8WN_C0BMRGelSaca-120" parent="UtRs8WN_C0BMRGelSaca-119" style="shape=partialRectangle;connectable=0;fillColor=none;top=0;left=0;bottom=0;right=0;fontStyle=1;overflow=hidden;whiteSpace=wrap;html=1;" value="PK" vertex="1">
          <mxGeometry height="30" width="30" as="geometry">
            <mxRectangle height="30" width="30" as="alternateBounds" />
          </mxGeometry>
        </mxCell>
        <mxCell id="UtRs8WN_C0BMRGelSaca-121" parent="UtRs8WN_C0BMRGelSaca-119" style="shape=partialRectangle;connectable=0;fillColor=none;top=0;left=0;bottom=0;right=0;align=left;spacingLeft=6;fontStyle=5;overflow=hidden;whiteSpace=wrap;html=1;" value="album_id" vertex="1">
          <mxGeometry height="30" width="150" x="30" as="geometry">
            <mxRectangle height="30" width="150" as="alternateBounds" />
          </mxGeometry>
        </mxCell>
        <mxCell id="UtRs8WN_C0BMRGelSaca-122" parent="UtRs8WN_C0BMRGelSaca-118" style="shape=tableRow;horizontal=0;startSize=0;swimlaneHead=0;swimlaneBody=0;fillColor=none;collapsible=0;dropTarget=0;points=[[0,0.5],[1,0.5]];portConstraint=eastwest;top=0;left=0;right=0;bottom=0;" value="" vertex="1">
          <mxGeometry height="30" width="180" y="60" as="geometry" />
        </mxCell>
        <mxCell id="UtRs8WN_C0BMRGelSaca-123" parent="UtRs8WN_C0BMRGelSaca-122" style="shape=partialRectangle;connectable=0;fillColor=none;top=0;left=0;bottom=0;right=0;editable=1;overflow=hidden;whiteSpace=wrap;html=1;" value="" vertex="1">
          <mxGeometry height="30" width="30" as="geometry">
            <mxRectangle height="30" width="30" as="alternateBounds" />
          </mxGeometry>
        </mxCell>
        <mxCell id="UtRs8WN_C0BMRGelSaca-124" parent="UtRs8WN_C0BMRGelSaca-122" style="shape=partialRectangle;connectable=0;fillColor=none;top=0;left=0;bottom=0;right=0;align=left;spacingLeft=6;overflow=hidden;whiteSpace=wrap;html=1;" value="name" vertex="1">
          <mxGeometry height="30" width="150" x="30" as="geometry">
            <mxRectangle height="30" width="150" as="alternateBounds" />
          </mxGeometry>
        </mxCell>
        <mxCell id="UtRs8WN_C0BMRGelSaca-125" parent="UtRs8WN_C0BMRGelSaca-118" style="shape=tableRow;horizontal=0;startSize=0;swimlaneHead=0;swimlaneBody=0;fillColor=none;collapsible=0;dropTarget=0;points=[[0,0.5],[1,0.5]];portConstraint=eastwest;top=0;left=0;right=0;bottom=0;" value="" vertex="1">
          <mxGeometry height="30" width="180" y="90" as="geometry" />
        </mxCell>
        <mxCell id="UtRs8WN_C0BMRGelSaca-126" parent="UtRs8WN_C0BMRGelSaca-125" style="shape=partialRectangle;connectable=0;fillColor=none;top=0;left=0;bottom=0;right=0;editable=1;overflow=hidden;whiteSpace=wrap;html=1;" value="" vertex="1">
          <mxGeometry height="30" width="30" as="geometry">
            <mxRectangle height="30" width="30" as="alternateBounds" />
          </mxGeometry>
        </mxCell>
        <mxCell id="UtRs8WN_C0BMRGelSaca-127" parent="UtRs8WN_C0BMRGelSaca-125" style="shape=partialRectangle;connectable=0;fillColor=none;top=0;left=0;bottom=0;right=0;align=left;spacingLeft=6;overflow=hidden;whiteSpace=wrap;html=1;" value="&lt;div&gt;release_date&lt;/div&gt;&lt;div&gt;&lt;br&gt;&lt;/div&gt;" vertex="1">
          <mxGeometry height="30" width="150" x="30" as="geometry">
            <mxRectangle height="30" width="150" as="alternateBounds" />
          </mxGeometry>
        </mxCell>
        <mxCell id="UtRs8WN_C0BMRGelSaca-132" edge="1" parent="1" style="endArrow=none;html=1;rounded=0;entryX=0;entryY=0.5;entryDx=0;entryDy=0;" target="UtRs8WN_C0BMRGelSaca-5" value="">
          <mxGeometry height="50" relative="1" width="50" as="geometry">
            <mxPoint x="620" y="360" as="sourcePoint" />
            <mxPoint x="580" y="260" as="targetPoint" />
          </mxGeometry>
        </mxCell>
        <mxCell id="UtRs8WN_C0BMRGelSaca-133" parent="1" style="text;html=1;whiteSpace=wrap;strokeColor=none;fillColor=none;align=center;verticalAlign=middle;rounded=0;" value="ISA" vertex="1">
          <mxGeometry height="30" width="60" x="611" y="335" as="geometry" />
        </mxCell>
        <mxCell id="UtRs8WN_C0BMRGelSaca-134" edge="1" parent="1" style="endArrow=none;html=1;rounded=0;entryX=0;entryY=0.5;entryDx=0;entryDy=0;" target="UtRs8WN_C0BMRGelSaca-24" value="">
          <mxGeometry height="50" relative="1" width="50" as="geometry">
            <mxPoint x="620" y="280" as="sourcePoint" />
            <mxPoint x="580" y="260" as="targetPoint" />
          </mxGeometry>
        </mxCell>
        <mxCell id="UtRs8WN_C0BMRGelSaca-135" parent="1" style="text;html=1;whiteSpace=wrap;strokeColor=none;fillColor=none;align=center;verticalAlign=middle;rounded=0;" value="ISA" vertex="1">
          <mxGeometry height="30" width="60" x="610" y="250" as="geometry" />
        </mxCell>
        <mxCell id="UtRs8WN_C0BMRGelSaca-148" edge="1" parent="1" source="UtRs8WN_C0BMRGelSaca-27" style="endArrow=none;html=1;rounded=0;entryX=0;entryY=0.5;entryDx=0;entryDy=0;exitX=0;exitY=0.75;exitDx=0;exitDy=0;" target="UtRs8WN_C0BMRGelSaca-63" value="">
          <mxGeometry height="50" relative="1" width="50" as="geometry">
            <mxPoint x="360" y="450" as="sourcePoint" />
            <mxPoint x="410" y="400" as="targetPoint" />
          </mxGeometry>
        </mxCell>
        <mxCell id="UtRs8WN_C0BMRGelSaca-150" parent="1" style="text;html=1;whiteSpace=wrap;strokeColor=none;fillColor=none;align=center;verticalAlign=middle;rounded=0;" value="ISA" vertex="1">
          <mxGeometry height="30" width="60" x="40" y="341" as="geometry" />
        </mxCell>
        <mxCell id="UtRs8WN_C0BMRGelSaca-151" edge="1" parent="1" style="endArrow=none;html=1;rounded=0;entryX=0;entryY=0.5;entryDx=0;entryDy=0;" target="UtRs8WN_C0BMRGelSaca-50" value="">
          <mxGeometry height="50" relative="1" width="50" as="geometry">
            <mxPoint x="40" y="440" as="sourcePoint" />
            <mxPoint x="530" y="290" as="targetPoint" />
          </mxGeometry>
        </mxCell>
        <mxCell id="UtRs8WN_C0BMRGelSaca-152" parent="1" style="text;html=1;whiteSpace=wrap;strokeColor=none;fillColor=none;align=center;verticalAlign=middle;rounded=0;" value="ISA" vertex="1">
          <mxGeometry height="30" width="60" x="40" y="415" as="geometry" />
        </mxCell>
        <mxCell id="lR-97SLr5FdUBatdZVXl-4" parent="1" style="shape=table;startSize=30;container=1;collapsible=1;childLayout=tableLayout;fixedRows=1;rowLines=0;fontStyle=1;align=center;resizeLast=1;html=1;dashed=1;" value="SongCollaborations" vertex="1">
          <mxGeometry height="150" width="180" x="-220" y="60" as="geometry" />
        </mxCell>
        <mxCell id="lR-97SLr5FdUBatdZVXl-5" parent="lR-97SLr5FdUBatdZVXl-4" style="shape=tableRow;horizontal=0;startSize=0;swimlaneHead=0;swimlaneBody=0;fillColor=none;collapsible=0;dropTarget=0;points=[[0,0.5],[1,0.5]];portConstraint=eastwest;top=0;left=0;right=0;bottom=1;" value="" vertex="1">
          <mxGeometry height="30" width="180" y="30" as="geometry" />
        </mxCell>
        <mxCell id="lR-97SLr5FdUBatdZVXl-6" parent="lR-97SLr5FdUBatdZVXl-5" style="shape=partialRectangle;connectable=0;fillColor=none;top=0;left=0;bottom=0;right=0;fontStyle=1;overflow=hidden;whiteSpace=wrap;html=1;" value="PK" vertex="1">
          <mxGeometry height="30" width="30" as="geometry">
            <mxRectangle height="30" width="30" as="alternateBounds" />
          </mxGeometry>
        </mxCell>
        <mxCell id="lR-97SLr5FdUBatdZVXl-7" parent="lR-97SLr5FdUBatdZVXl-5" style="shape=partialRectangle;connectable=0;fillColor=none;top=0;left=0;bottom=0;right=0;align=left;spacingLeft=6;fontStyle=5;overflow=hidden;whiteSpace=wrap;html=1;" value="collaboration_id" vertex="1">
          <mxGeometry height="30" width="150" x="30" as="geometry">
            <mxRectangle height="30" width="150" as="alternateBounds" />
          </mxGeometry>
        </mxCell>
        <mxCell id="lR-97SLr5FdUBatdZVXl-8" parent="lR-97SLr5FdUBatdZVXl-4" style="shape=tableRow;horizontal=0;startSize=0;swimlaneHead=0;swimlaneBody=0;fillColor=none;collapsible=0;dropTarget=0;points=[[0,0.5],[1,0.5]];portConstraint=eastwest;top=0;left=0;right=0;bottom=0;" value="" vertex="1">
          <mxGeometry height="30" width="180" y="60" as="geometry" />
        </mxCell>
        <mxCell id="lR-97SLr5FdUBatdZVXl-9" parent="lR-97SLr5FdUBatdZVXl-8" style="shape=partialRectangle;connectable=0;fillColor=none;top=0;left=0;bottom=0;right=0;editable=1;overflow=hidden;whiteSpace=wrap;html=1;" value="FK" vertex="1">
          <mxGeometry height="30" width="30" as="geometry">
            <mxRectangle height="30" width="30" as="alternateBounds" />
          </mxGeometry>
        </mxCell>
        <mxCell id="lR-97SLr5FdUBatdZVXl-10" parent="lR-97SLr5FdUBatdZVXl-8" style="shape=partialRectangle;connectable=0;fillColor=none;top=0;left=0;bottom=0;right=0;align=left;spacingLeft=6;overflow=hidden;whiteSpace=wrap;html=1;" value="collaborator_id" vertex="1">
          <mxGeometry height="30" width="150" x="30" as="geometry">
            <mxRectangle height="30" width="150" as="alternateBounds" />
          </mxGeometry>
        </mxCell>
        <mxCell id="lR-97SLr5FdUBatdZVXl-11" parent="lR-97SLr5FdUBatdZVXl-4" style="shape=tableRow;horizontal=0;startSize=0;swimlaneHead=0;swimlaneBody=0;fillColor=none;collapsible=0;dropTarget=0;points=[[0,0.5],[1,0.5]];portConstraint=eastwest;top=0;left=0;right=0;bottom=0;" value="" vertex="1">
          <mxGeometry height="30" width="180" y="90" as="geometry" />
        </mxCell>
        <mxCell id="lR-97SLr5FdUBatdZVXl-12" parent="lR-97SLr5FdUBatdZVXl-11" style="shape=partialRectangle;connectable=0;fillColor=none;top=0;left=0;bottom=0;right=0;editable=1;overflow=hidden;whiteSpace=wrap;html=1;" value="FK" vertex="1">
          <mxGeometry height="30" width="30" as="geometry">
            <mxRectangle height="30" width="30" as="alternateBounds" />
          </mxGeometry>
        </mxCell>
        <mxCell id="lR-97SLr5FdUBatdZVXl-13" parent="lR-97SLr5FdUBatdZVXl-11" style="shape=partialRectangle;connectable=0;fillColor=none;top=0;left=0;bottom=0;right=0;align=left;spacingLeft=6;overflow=hidden;whiteSpace=wrap;html=1;" value="song_id" vertex="1">
          <mxGeometry height="30" width="150" x="30" as="geometry">
            <mxRectangle height="30" width="150" as="alternateBounds" />
          </mxGeometry>
        </mxCell>
        <mxCell id="lR-97SLr5FdUBatdZVXl-14" parent="lR-97SLr5FdUBatdZVXl-4" style="shape=tableRow;horizontal=0;startSize=0;swimlaneHead=0;swimlaneBody=0;fillColor=none;collapsible=0;dropTarget=0;points=[[0,0.5],[1,0.5]];portConstraint=eastwest;top=0;left=0;right=0;bottom=0;" value="" vertex="1">
          <mxGeometry height="30" width="180" y="120" as="geometry" />
        </mxCell>
        <mxCell id="lR-97SLr5FdUBatdZVXl-15" parent="lR-97SLr5FdUBatdZVXl-14" style="shape=partialRectangle;connectable=0;fillColor=none;top=0;left=0;bottom=0;right=0;editable=1;overflow=hidden;whiteSpace=wrap;html=1;" value="" vertex="1">
          <mxGeometry height="30" width="30" as="geometry">
            <mxRectangle height="30" width="30" as="alternateBounds" />
          </mxGeometry>
        </mxCell>
        <mxCell id="lR-97SLr5FdUBatdZVXl-16" parent="lR-97SLr5FdUBatdZVXl-14" style="shape=partialRectangle;connectable=0;fillColor=none;top=0;left=0;bottom=0;right=0;align=left;spacingLeft=6;overflow=hidden;whiteSpace=wrap;html=1;" value="credit" vertex="1">
          <mxGeometry height="30" width="150" x="30" as="geometry">
            <mxRectangle height="30" width="150" as="alternateBounds" />
          </mxGeometry>
        </mxCell>
        <mxCell id="lR-97SLr5FdUBatdZVXl-17" edge="1" parent="1" source="lR-97SLr5FdUBatdZVXl-5" style="endArrow=none;html=1;rounded=0;entryX=0;entryY=0.5;entryDx=0;entryDy=0;exitX=1;exitY=0.5;exitDx=0;exitDy=0;" target="UtRs8WN_C0BMRGelSaca-28" value="">
          <mxGeometry height="50" relative="1" width="50" as="geometry">
            <mxPoint x="-100" y="285" as="sourcePoint" />
            <mxPoint x="-50" y="235" as="targetPoint" />
          </mxGeometry>
        </mxCell>
        <mxCell id="lR-97SLr5FdUBatdZVXl-18" edge="1" parent="1" style="endArrow=none;html=1;rounded=0;entryX=0.234;entryY=1.051;entryDx=0;entryDy=0;exitX=0.25;exitY=0;exitDx=0;exitDy=0;entryPerimeter=0;" value="">
          <mxGeometry height="50" relative="1" width="50" as="geometry">
            <mxPoint x="-175" y="280" as="sourcePoint" />
            <mxPoint x="-177.8800000000001" y="211.52999999999997" as="targetPoint" />
          </mxGeometry>
        </mxCell>
        <mxCell id="lR-97SLr5FdUBatdZVXl-19" parent="1" style="text;html=1;whiteSpace=wrap;strokeColor=none;fillColor=none;align=center;verticalAlign=middle;rounded=0;" value="1(0)" vertex="1">
          <mxGeometry height="30" width="60" x="-188" y="253" as="geometry" />
        </mxCell>
        <mxCell id="lR-97SLr5FdUBatdZVXl-20" parent="1" style="text;html=1;whiteSpace=wrap;strokeColor=none;fillColor=none;align=center;verticalAlign=middle;rounded=0;" value="&lt;div&gt;M(1)&lt;/div&gt;&lt;div&gt;&lt;br&gt;&lt;/div&gt;" vertex="1">
          <mxGeometry height="30" width="60" x="-189" y="213" as="geometry" />
        </mxCell>
        <mxCell id="lR-97SLr5FdUBatdZVXl-21" parent="1" style="text;html=1;whiteSpace=wrap;strokeColor=none;fillColor=none;align=center;verticalAlign=middle;rounded=0;" value="M(1)" vertex="1">
          <mxGeometry height="30" width="60" x="-50" y="80" as="geometry" />
        </mxCell>
        <mxCell id="lR-97SLr5FdUBatdZVXl-22" parent="1" style="text;html=1;whiteSpace=wrap;strokeColor=none;fillColor=none;align=center;verticalAlign=middle;rounded=0;" value="1(0)" vertex="1">
          <mxGeometry height="30" width="60" x="-10" y="80" as="geometry" />
        </mxCell>
        <mxCell id="lR-97SLr5FdUBatdZVXl-24" parent="1" style="shape=table;startSize=30;container=1;collapsible=1;childLayout=tableLayout;fixedRows=1;rowLines=0;fontStyle=1;align=center;resizeLast=1;html=1;dashed=1;" value="PodcastHosts" vertex="1">
          <mxGeometry height="120" width="180" x="930" y="235" as="geometry" />
        </mxCell>
        <mxCell id="lR-97SLr5FdUBatdZVXl-25" parent="lR-97SLr5FdUBatdZVXl-24" style="shape=tableRow;horizontal=0;startSize=0;swimlaneHead=0;swimlaneBody=0;fillColor=none;collapsible=0;dropTarget=0;points=[[0,0.5],[1,0.5]];portConstraint=eastwest;top=0;left=0;right=0;bottom=1;" value="" vertex="1">
          <mxGeometry height="30" width="180" y="30" as="geometry" />
        </mxCell>
        <mxCell id="lR-97SLr5FdUBatdZVXl-26" parent="lR-97SLr5FdUBatdZVXl-25" style="shape=partialRectangle;connectable=0;fillColor=none;top=0;left=0;bottom=0;right=0;fontStyle=1;overflow=hidden;whiteSpace=wrap;html=1;" value="PK" vertex="1">
          <mxGeometry height="30" width="30" as="geometry">
            <mxRectangle height="30" width="30" as="alternateBounds" />
          </mxGeometry>
        </mxCell>
        <mxCell id="lR-97SLr5FdUBatdZVXl-27" parent="lR-97SLr5FdUBatdZVXl-25" style="shape=partialRectangle;connectable=0;fillColor=none;top=0;left=0;bottom=0;right=0;align=left;spacingLeft=6;fontStyle=5;overflow=hidden;whiteSpace=wrap;html=1;" value="hosting_id" vertex="1">
          <mxGeometry height="30" width="150" x="30" as="geometry">
            <mxRectangle height="30" width="150" as="alternateBounds" />
          </mxGeometry>
        </mxCell>
        <mxCell id="lR-97SLr5FdUBatdZVXl-28" parent="lR-97SLr5FdUBatdZVXl-24" style="shape=tableRow;horizontal=0;startSize=0;swimlaneHead=0;swimlaneBody=0;fillColor=none;collapsible=0;dropTarget=0;points=[[0,0.5],[1,0.5]];portConstraint=eastwest;top=0;left=0;right=0;bottom=0;" value="" vertex="1">
          <mxGeometry height="30" width="180" y="60" as="geometry" />
        </mxCell>
        <mxCell id="lR-97SLr5FdUBatdZVXl-29" parent="lR-97SLr5FdUBatdZVXl-28" style="shape=partialRectangle;connectable=0;fillColor=none;top=0;left=0;bottom=0;right=0;editable=1;overflow=hidden;whiteSpace=wrap;html=1;" value="FK" vertex="1">
          <mxGeometry height="30" width="30" as="geometry">
            <mxRectangle height="30" width="30" as="alternateBounds" />
          </mxGeometry>
        </mxCell>
        <mxCell id="lR-97SLr5FdUBatdZVXl-30" parent="lR-97SLr5FdUBatdZVXl-28" style="shape=partialRectangle;connectable=0;fillColor=none;top=0;left=0;bottom=0;right=0;align=left;spacingLeft=6;overflow=hidden;whiteSpace=wrap;html=1;" value="creator_id" vertex="1">
          <mxGeometry height="30" width="150" x="30" as="geometry">
            <mxRectangle height="30" width="150" as="alternateBounds" />
          </mxGeometry>
        </mxCell>
        <mxCell id="lR-97SLr5FdUBatdZVXl-31" parent="lR-97SLr5FdUBatdZVXl-24" style="shape=tableRow;horizontal=0;startSize=0;swimlaneHead=0;swimlaneBody=0;fillColor=none;collapsible=0;dropTarget=0;points=[[0,0.5],[1,0.5]];portConstraint=eastwest;top=0;left=0;right=0;bottom=0;" value="" vertex="1">
          <mxGeometry height="30" width="180" y="90" as="geometry" />
        </mxCell>
        <mxCell id="lR-97SLr5FdUBatdZVXl-32" parent="lR-97SLr5FdUBatdZVXl-31" style="shape=partialRectangle;connectable=0;fillColor=none;top=0;left=0;bottom=0;right=0;editable=1;overflow=hidden;whiteSpace=wrap;html=1;" value="FK" vertex="1">
          <mxGeometry height="30" width="30" as="geometry">
            <mxRectangle height="30" width="30" as="alternateBounds" />
          </mxGeometry>
        </mxCell>
        <mxCell id="lR-97SLr5FdUBatdZVXl-33" parent="lR-97SLr5FdUBatdZVXl-31" style="shape=partialRectangle;connectable=0;fillColor=none;top=0;left=0;bottom=0;right=0;align=left;spacingLeft=6;overflow=hidden;whiteSpace=wrap;html=1;" value="podcast_id" vertex="1">
          <mxGeometry height="30" width="150" x="30" as="geometry">
            <mxRectangle height="30" width="150" as="alternateBounds" />
          </mxGeometry>
        </mxCell>
        <mxCell id="lR-97SLr5FdUBatdZVXl-37" edge="1" parent="1" source="UtRs8WN_C0BMRGelSaca-24" style="endArrow=none;html=1;rounded=0;entryX=0;entryY=0.5;entryDx=0;entryDy=0;exitX=1;exitY=0.5;exitDx=0;exitDy=0;" target="lR-97SLr5FdUBatdZVXl-25" value="">
          <mxGeometry height="50" relative="1" width="50" as="geometry">
            <mxPoint x="400" y="370" as="sourcePoint" />
            <mxPoint x="450" y="320" as="targetPoint" />
          </mxGeometry>
        </mxCell>
        <mxCell id="lR-97SLr5FdUBatdZVXl-38" edge="1" parent="1" source="lR-97SLr5FdUBatdZVXl-31" style="endArrow=none;html=1;rounded=0;entryX=0.25;entryY=0;entryDx=0;entryDy=0;exitX=0.531;exitY=1.08;exitDx=0;exitDy=0;exitPerimeter=0;" target="UtRs8WN_C0BMRGelSaca-79" value="">
          <mxGeometry height="50" relative="1" width="50" as="geometry">
            <mxPoint x="400" y="370" as="sourcePoint" />
            <mxPoint x="450" y="320" as="targetPoint" />
          </mxGeometry>
        </mxCell>
        <mxCell id="lR-97SLr5FdUBatdZVXl-43" parent="1" style="text;html=1;whiteSpace=wrap;strokeColor=none;fillColor=none;align=center;verticalAlign=middle;rounded=0;" value="M(1)" vertex="1">
          <mxGeometry height="30" width="60" x="880" y="250" as="geometry" />
        </mxCell>
        <mxCell id="lR-97SLr5FdUBatdZVXl-44" parent="1" style="text;html=1;whiteSpace=wrap;strokeColor=none;fillColor=none;align=center;verticalAlign=middle;rounded=0;" value="1(0)" vertex="1">
          <mxGeometry height="30" width="60" x="830" y="255" as="geometry" />
        </mxCell>
        <mxCell id="lR-97SLr5FdUBatdZVXl-45" parent="1" style="text;html=1;whiteSpace=wrap;strokeColor=none;fillColor=none;align=center;verticalAlign=middle;rounded=0;" value="1(0)" vertex="1">
          <mxGeometry height="30" width="60" x="1020" y="415" as="geometry" />
        </mxCell>
        <mxCell id="lR-97SLr5FdUBatdZVXl-47" parent="1" style="text;html=1;whiteSpace=wrap;strokeColor=none;fillColor=none;align=center;verticalAlign=middle;rounded=0;" value="M(1)" vertex="1">
          <mxGeometry height="30" width="60" x="1017" y="359" as="geometry" />
        </mxCell>
-         <mxCell id="lR-97SLr5FdUBatdZVXl-49" parent="1" style="shape=table;startSize=30;container=1;collapsible=1;childLayout=tableLayout;fixedRows=1;rowLines=0;fontStyle=1;align=center;resizeLast=1;html=1;dashed=1;" value="AlbumCreators" vertex="1">
+         <mxCell id="lR-97SLr5FdUBatdZVXl-49" parent="1" style="shape=table;startSize=30;container=1;collapsible=1;childLayout=tableLayout;fixedRows=1;rowLines=0;fontStyle=1;align=center;resizeLast=1;html=1;dashed=1;" value="AlbumArtists" vertex="1">
          <mxGeometry height="120" width="180" x="380" y="60" as="geometry" />
        </mxCell>
        <mxCell id="lR-97SLr5FdUBatdZVXl-50" parent="lR-97SLr5FdUBatdZVXl-49" style="shape=tableRow;horizontal=0;startSize=0;swimlaneHead=0;swimlaneBody=0;fillColor=none;collapsible=0;dropTarget=0;points=[[0,0.5],[1,0.5]];portConstraint=eastwest;top=0;left=0;right=0;bottom=1;" value="" vertex="1">
          <mxGeometry height="30" width="180" y="30" as="geometry" />
        </mxCell>
        <mxCell id="lR-97SLr5FdUBatdZVXl-51" parent="lR-97SLr5FdUBatdZVXl-50" style="shape=partialRectangle;connectable=0;fillColor=none;top=0;left=0;bottom=0;right=0;fontStyle=1;overflow=hidden;whiteSpace=wrap;html=1;" value="PK" vertex="1">
          <mxGeometry height="30" width="30" as="geometry">
            <mxRectangle height="30" width="30" as="alternateBounds" />
          </mxGeometry>
        </mxCell>
        <mxCell id="lR-97SLr5FdUBatdZVXl-52" parent="lR-97SLr5FdUBatdZVXl-50" style="shape=partialRectangle;connectable=0;fillColor=none;top=0;left=0;bottom=0;right=0;align=left;spacingLeft=6;fontStyle=5;overflow=hidden;whiteSpace=wrap;html=1;" value="creation_id" vertex="1">
          <mxGeometry height="30" width="150" x="30" as="geometry">
            <mxRectangle height="30" width="150" as="alternateBounds" />
          </mxGeometry>
        </mxCell>
        <mxCell id="lR-97SLr5FdUBatdZVXl-53" parent="lR-97SLr5FdUBatdZVXl-49" style="shape=tableRow;horizontal=0;startSize=0;swimlaneHead=0;swimlaneBody=0;fillColor=none;collapsible=0;dropTarget=0;points=[[0,0.5],[1,0.5]];portConstraint=eastwest;top=0;left=0;right=0;bottom=0;" value="" vertex="1">
          <mxGeometry height="30" width="180" y="60" as="geometry" />
        </mxCell>
        <mxCell id="lR-97SLr5FdUBatdZVXl-54" parent="lR-97SLr5FdUBatdZVXl-53" style="shape=partialRectangle;connectable=0;fillColor=none;top=0;left=0;bottom=0;right=0;editable=1;overflow=hidden;whiteSpace=wrap;html=1;" value="FK" vertex="1">
          <mxGeometry height="30" width="30" as="geometry">
            <mxRectangle height="30" width="30" as="alternateBounds" />
          </mxGeometry>
        </mxCell>
        <mxCell id="lR-97SLr5FdUBatdZVXl-55" parent="lR-97SLr5FdUBatdZVXl-53" style="shape=partialRectangle;connectable=0;fillColor=none;top=0;left=0;bottom=0;right=0;align=left;spacingLeft=6;overflow=hidden;whiteSpace=wrap;html=1;" value="album_id" vertex="1">
          <mxGeometry height="30" width="150" x="30" as="geometry">
            <mxRectangle height="30" width="150" as="alternateBounds" />
          </mxGeometry>
        </mxCell>
        <mxCell id="lR-97SLr5FdUBatdZVXl-56" parent="lR-97SLr5FdUBatdZVXl-49" style="shape=tableRow;horizontal=0;startSize=0;swimlaneHead=0;swimlaneBody=0;fillColor=none;collapsible=0;dropTarget=0;points=[[0,0.5],[1,0.5]];portConstraint=eastwest;top=0;left=0;right=0;bottom=0;" value="" vertex="1">
          <mxGeometry height="30" width="180" y="90" as="geometry" />
        </mxCell>
        <mxCell id="lR-97SLr5FdUBatdZVXl-57" parent="lR-97SLr5FdUBatdZVXl-56" style="shape=partialRectangle;connectable=0;fillColor=none;top=0;left=0;bottom=0;right=0;editable=1;overflow=hidden;whiteSpace=wrap;html=1;" value="FK" vertex="1">
          <mxGeometry height="30" width="30" as="geometry">
            <mxRectangle height="30" width="30" as="alternateBounds" />
          </mxGeometry>
        </mxCell>
        <mxCell id="lR-97SLr5FdUBatdZVXl-58" parent="lR-97SLr5FdUBatdZVXl-56" style="shape=partialRectangle;connectable=0;fillColor=none;top=0;left=0;bottom=0;right=0;align=left;spacingLeft=6;overflow=hidden;whiteSpace=wrap;html=1;" value="creator_id" vertex="1">
          <mxGeometry height="30" width="150" x="30" as="geometry">
            <mxRectangle height="30" width="150" as="alternateBounds" />
          </mxGeometry>
        </mxCell>
-         <mxCell id="lR-97SLr5FdUBatdZVXl-62" edge="1" parent="1" source="lR-97SLr5FdUBatdZVXl-50" style="endArrow=none;html=1;rounded=0;exitX=1;exitY=0.5;exitDx=0;exitDy=0;entryX=0;entryY=0.5;entryDx=0;entryDy=0;" target="LGiJ1s8ebAZpOH5uJc-B-2" value="">
-           <mxGeometry height="50" relative="1" width="50" as="geometry">
+         <mxCell id="lR-97SLr5FdUBatdZVXl-62" edge="1" parent="1" source="lR-97SLr5FdUBatdZVXl-50" style="endArrow=none;html=1;rounded=0;exitX=1;exitY=0.5;exitDx=0;exitDy=0;entryX=0;entryY=0;entryDx=0;entryDy=0;" target="UtRs8WN_C0BMRGelSaca-1" value="">
+           <mxGeometry height="50" relative="1" width="50" as="geometry">
+             <Array as="points">
+               <mxPoint x="580" y="105" />
+               <mxPoint x="580" y="315" />
+             </Array>
            <mxPoint x="360" y="370" as="sourcePoint" />
            <mxPoint x="410" y="320" as="targetPoint" />
          </mxGeometry>
        </mxCell>
        <mxCell id="lR-97SLr5FdUBatdZVXl-63" edge="1" parent="1" source="UtRs8WN_C0BMRGelSaca-118" style="endArrow=none;html=1;rounded=0;exitX=0.25;exitY=0;exitDx=0;exitDy=0;entryX=0.254;entryY=1.071;entryDx=0;entryDy=0;entryPerimeter=0;" target="lR-97SLr5FdUBatdZVXl-56" value="">
          <mxGeometry height="50" relative="1" width="50" as="geometry">
            <mxPoint x="360" y="370" as="sourcePoint" />
            <mxPoint x="410" y="320" as="targetPoint" />
          </mxGeometry>
        </mxCell>
        <mxCell id="lR-97SLr5FdUBatdZVXl-64" parent="1" style="text;html=1;whiteSpace=wrap;strokeColor=none;fillColor=none;align=center;verticalAlign=middle;rounded=0;" value="M(1)" vertex="1">
          <mxGeometry height="30" width="60" x="420" y="180" as="geometry" />
        </mxCell>
        <mxCell id="lR-97SLr5FdUBatdZVXl-65" parent="1" style="text;html=1;whiteSpace=wrap;strokeColor=none;fillColor=none;align=center;verticalAlign=middle;rounded=0;" value="1(0)" vertex="1">
          <mxGeometry height="30" width="60" x="420" y="260" as="geometry" />
        </mxCell>
        <mxCell id="lR-97SLr5FdUBatdZVXl-66" parent="1" style="text;html=1;whiteSpace=wrap;strokeColor=none;fillColor=none;align=center;verticalAlign=middle;rounded=0;" value="M(1)" vertex="1">
-           <mxGeometry height="30" width="60" x="550" y="105" as="geometry" />
+           <mxGeometry height="30" width="60" x="548" y="79" as="geometry" />
        </mxCell>
        <mxCell id="lR-97SLr5FdUBatdZVXl-67" parent="1" style="text;html=1;whiteSpace=wrap;strokeColor=none;fillColor=none;align=center;verticalAlign=middle;rounded=0;" value="1(0)" vertex="1">
-           <mxGeometry height="30" width="60" x="573" y="25" as="geometry" />
+           <mxGeometry height="30" width="60" x="617" y="292" as="geometry" />
        </mxCell>
        <mxCell id="lR-97SLr5FdUBatdZVXl-68" edge="1" parent="1" source="UtRs8WN_C0BMRGelSaca-63" style="endArrow=none;html=1;rounded=0;exitX=1;exitY=0.5;exitDx=0;exitDy=0;entryX=0;entryY=0.5;entryDx=0;entryDy=0;" target="UtRs8WN_C0BMRGelSaca-122" value="">
          <mxGeometry height="50" relative="1" width="50" as="geometry">
            <mxPoint x="360" y="370" as="sourcePoint" />
            <mxPoint x="410" y="320" as="targetPoint" />
          </mxGeometry>
        </mxCell>
        <mxCell id="lR-97SLr5FdUBatdZVXl-69" parent="1" style="text;html=1;whiteSpace=wrap;strokeColor=none;fillColor=none;align=center;verticalAlign=middle;rounded=0;" value="1" vertex="1">
          <mxGeometry height="30" width="60" x="340" y="337" as="geometry" />
        </mxCell>
        <mxCell id="lR-97SLr5FdUBatdZVXl-70" parent="1" style="text;html=1;whiteSpace=wrap;strokeColor=none;fillColor=none;align=center;verticalAlign=middle;rounded=0;" value="M(1)" vertex="1">
          <mxGeometry height="30" width="60" x="270" y="337" as="geometry" />
        </mxCell>
        <mxCell id="lR-97SLr5FdUBatdZVXl-73" parent="1" style="shape=table;startSize=30;container=1;collapsible=1;childLayout=tableLayout;fixedRows=1;rowLines=0;fontStyle=1;align=center;resizeLast=1;html=1;dashed=1;" value="CreatorTags" vertex="1">
          <mxGeometry height="120" width="180" x="597" y="450" as="geometry" />
        </mxCell>
        <mxCell id="lR-97SLr5FdUBatdZVXl-74" parent="lR-97SLr5FdUBatdZVXl-73" style="shape=tableRow;horizontal=0;startSize=0;swimlaneHead=0;swimlaneBody=0;fillColor=none;collapsible=0;dropTarget=0;points=[[0,0.5],[1,0.5]];portConstraint=eastwest;top=0;left=0;right=0;bottom=1;" value="" vertex="1">
          <mxGeometry height="30" width="180" y="30" as="geometry" />
        </mxCell>
        <mxCell id="lR-97SLr5FdUBatdZVXl-75" parent="lR-97SLr5FdUBatdZVXl-74" style="shape=partialRectangle;connectable=0;fillColor=none;top=0;left=0;bottom=0;right=0;fontStyle=1;overflow=hidden;whiteSpace=wrap;html=1;" value="PK" vertex="1">
          <mxGeometry height="30" width="30" as="geometry">
            <mxRectangle height="30" width="30" as="alternateBounds" />
          </mxGeometry>
        </mxCell>
        <mxCell id="lR-97SLr5FdUBatdZVXl-76" parent="lR-97SLr5FdUBatdZVXl-74" style="shape=partialRectangle;connectable=0;fillColor=none;top=0;left=0;bottom=0;right=0;align=left;spacingLeft=6;fontStyle=5;overflow=hidden;whiteSpace=wrap;html=1;" value="creator_tag_id" vertex="1">
          <mxGeometry height="30" width="150" x="30" as="geometry">
            <mxRectangle height="30" width="150" as="alternateBounds" />
          </mxGeometry>
        </mxCell>
        <mxCell id="lR-97SLr5FdUBatdZVXl-77" parent="lR-97SLr5FdUBatdZVXl-73" style="shape=tableRow;horizontal=0;startSize=0;swimlaneHead=0;swimlaneBody=0;fillColor=none;collapsible=0;dropTarget=0;points=[[0,0.5],[1,0.5]];portConstraint=eastwest;top=0;left=0;right=0;bottom=0;" value="" vertex="1">
          <mxGeometry height="30" width="180" y="60" as="geometry" />
        </mxCell>
        <mxCell id="lR-97SLr5FdUBatdZVXl-78" parent="lR-97SLr5FdUBatdZVXl-77" style="shape=partialRectangle;connectable=0;fillColor=none;top=0;left=0;bottom=0;right=0;editable=1;overflow=hidden;whiteSpace=wrap;html=1;" value="FK" vertex="1">
          <mxGeometry height="30" width="30" as="geometry">
            <mxRectangle height="30" width="30" as="alternateBounds" />
          </mxGeometry>
        </mxCell>
        <mxCell id="lR-97SLr5FdUBatdZVXl-79" parent="lR-97SLr5FdUBatdZVXl-77" style="shape=partialRectangle;connectable=0;fillColor=none;top=0;left=0;bottom=0;right=0;align=left;spacingLeft=6;overflow=hidden;whiteSpace=wrap;html=1;" value="tag_id" vertex="1">
          <mxGeometry height="30" width="150" x="30" as="geometry">
            <mxRectangle height="30" width="150" as="alternateBounds" />
          </mxGeometry>
        </mxCell>
        <mxCell id="lR-97SLr5FdUBatdZVXl-80" parent="lR-97SLr5FdUBatdZVXl-73" style="shape=tableRow;horizontal=0;startSize=0;swimlaneHead=0;swimlaneBody=0;fillColor=none;collapsible=0;dropTarget=0;points=[[0,0.5],[1,0.5]];portConstraint=eastwest;top=0;left=0;right=0;bottom=0;" value="" vertex="1">
          <mxGeometry height="30" width="180" y="90" as="geometry" />
        </mxCell>
        <mxCell id="lR-97SLr5FdUBatdZVXl-81" parent="lR-97SLr5FdUBatdZVXl-80" style="shape=partialRectangle;connectable=0;fillColor=none;top=0;left=0;bottom=0;right=0;editable=1;overflow=hidden;whiteSpace=wrap;html=1;" value="FK" vertex="1">
          <mxGeometry height="30" width="30" as="geometry">
            <mxRectangle height="30" width="30" as="alternateBounds" />
          </mxGeometry>
        </mxCell>
        <mxCell id="lR-97SLr5FdUBatdZVXl-82" parent="lR-97SLr5FdUBatdZVXl-80" style="shape=partialRectangle;connectable=0;fillColor=none;top=0;left=0;bottom=0;right=0;align=left;spacingLeft=6;overflow=hidden;whiteSpace=wrap;html=1;" value="creator_id" vertex="1">
          <mxGeometry height="30" width="150" x="30" as="geometry">
            <mxRectangle height="30" width="150" as="alternateBounds" />
          </mxGeometry>
        </mxCell>
        <mxCell id="lR-97SLr5FdUBatdZVXl-86" edge="1" parent="1" source="lR-97SLr5FdUBatdZVXl-73" style="endArrow=none;html=1;rounded=0;entryX=0.25;entryY=1;entryDx=0;entryDy=0;exitX=0.5;exitY=0;exitDx=0;exitDy=0;" target="LGiJ1s8ebAZpOH5uJc-B-1" value="">
          <mxGeometry height="50" relative="1" width="50" as="geometry">
            <mxPoint x="510" y="590" as="sourcePoint" />
            <mxPoint x="560" y="540" as="targetPoint" />
          </mxGeometry>
        </mxCell>
        <mxCell id="lR-97SLr5FdUBatdZVXl-87" parent="1" style="text;html=1;whiteSpace=wrap;strokeColor=none;fillColor=none;align=center;verticalAlign=middle;rounded=0;" value="1(0)" vertex="1">
          <mxGeometry height="30" width="60" x="670" y="400" as="geometry" />
        </mxCell>
        <mxCell id="lR-97SLr5FdUBatdZVXl-88" parent="1" style="text;html=1;whiteSpace=wrap;strokeColor=none;fillColor=none;align=center;verticalAlign=middle;rounded=0;" value="M(1)" vertex="1">
          <mxGeometry height="30" width="60" x="673" y="426" as="geometry" />
        </mxCell>
        <mxCell id="lR-97SLr5FdUBatdZVXl-89" edge="1" parent="1" style="endArrow=none;html=1;rounded=0;exitX=0.525;exitY=1.051;exitDx=0;exitDy=0;exitPerimeter=0;entryX=0.5;entryY=0;entryDx=0;entryDy=0;" target="UtRs8WN_C0BMRGelSaca-66" value="">
          <mxGeometry height="50" relative="1" width="50" as="geometry">
            <mxPoint x="691.5" y="571.5300000000002" as="sourcePoint" />
            <mxPoint x="683.5000000000005" y="650" as="targetPoint" />
          </mxGeometry>
        </mxCell>
        <mxCell id="lR-97SLr5FdUBatdZVXl-90" parent="1" style="text;html=1;whiteSpace=wrap;strokeColor=none;fillColor=none;align=center;verticalAlign=middle;rounded=0;" value="M(1)" vertex="1">
          <mxGeometry height="30" width="60" x="680" y="570" as="geometry" />
        </mxCell>
        <mxCell id="lR-97SLr5FdUBatdZVXl-91" parent="1" style="text;html=1;whiteSpace=wrap;strokeColor=none;fillColor=none;align=center;verticalAlign=middle;rounded=0;" value="1(0)" vertex="1">
          <mxGeometry height="30" width="60" x="680" y="620" as="geometry" />
        </mxCell>
-         <mxCell id="lR-97SLr5FdUBatdZVXl-93" parent="1" style="shape=table;startSize=30;container=1;collapsible=1;childLayout=tableLayout;fixedRows=1;rowLines=0;fontStyle=1;align=center;resizeLast=1;html=1;dashed=1;" value="SingleArtists" vertex="1">
+         <mxCell id="lR-97SLr5FdUBatdZVXl-93" parent="1" style="shape=table;startSize=30;container=1;collapsible=1;childLayout=tableLayout;fixedRows=1;rowLines=0;fontStyle=1;align=center;resizeLast=1;html=1;dashed=1;" value="SongArtists" vertex="1">
          <mxGeometry height="120" width="180" x="380" y="460" as="geometry" />
        </mxCell>
        <mxCell id="lR-97SLr5FdUBatdZVXl-94" parent="lR-97SLr5FdUBatdZVXl-93" style="shape=tableRow;horizontal=0;startSize=0;swimlaneHead=0;swimlaneBody=0;fillColor=none;collapsible=0;dropTarget=0;points=[[0,0.5],[1,0.5]];portConstraint=eastwest;top=0;left=0;right=0;bottom=1;" value="" vertex="1">
          <mxGeometry height="30" width="180" y="30" as="geometry" />
        </mxCell>
        <mxCell id="lR-97SLr5FdUBatdZVXl-95" parent="lR-97SLr5FdUBatdZVXl-94" style="shape=partialRectangle;connectable=0;fillColor=none;top=0;left=0;bottom=0;right=0;fontStyle=1;overflow=hidden;whiteSpace=wrap;html=1;" value="PK" vertex="1">
          <mxGeometry height="30" width="30" as="geometry">
            <mxRectangle height="30" width="30" as="alternateBounds" />
          </mxGeometry>
        </mxCell>
        <mxCell id="lR-97SLr5FdUBatdZVXl-96" parent="lR-97SLr5FdUBatdZVXl-94" style="shape=partialRectangle;connectable=0;fillColor=none;top=0;left=0;bottom=0;right=0;align=left;spacingLeft=6;fontStyle=5;overflow=hidden;whiteSpace=wrap;html=1;" value="single_artist_id" vertex="1">
          <mxGeometry height="30" width="150" x="30" as="geometry">
            <mxRectangle height="30" width="150" as="alternateBounds" />
          </mxGeometry>
        </mxCell>
        <mxCell id="lR-97SLr5FdUBatdZVXl-97" parent="lR-97SLr5FdUBatdZVXl-93" style="shape=tableRow;horizontal=0;startSize=0;swimlaneHead=0;swimlaneBody=0;fillColor=none;collapsible=0;dropTarget=0;points=[[0,0.5],[1,0.5]];portConstraint=eastwest;top=0;left=0;right=0;bottom=0;" value="" vertex="1">
          <mxGeometry height="30" width="180" y="60" as="geometry" />
        </mxCell>
        <mxCell id="lR-97SLr5FdUBatdZVXl-98" parent="lR-97SLr5FdUBatdZVXl-97" style="shape=partialRectangle;connectable=0;fillColor=none;top=0;left=0;bottom=0;right=0;editable=1;overflow=hidden;whiteSpace=wrap;html=1;" value="FK" vertex="1">
          <mxGeometry height="30" width="30" as="geometry">
            <mxRectangle height="30" width="30" as="alternateBounds" />
          </mxGeometry>
        </mxCell>
        <mxCell id="lR-97SLr5FdUBatdZVXl-99" parent="lR-97SLr5FdUBatdZVXl-97" style="shape=partialRectangle;connectable=0;fillColor=none;top=0;left=0;bottom=0;right=0;align=left;spacingLeft=6;overflow=hidden;whiteSpace=wrap;html=1;" value="song_id" vertex="1">
          <mxGeometry height="30" width="150" x="30" as="geometry">
            <mxRectangle height="30" width="150" as="alternateBounds" />
          </mxGeometry>
        </mxCell>
        <mxCell id="lR-97SLr5FdUBatdZVXl-100" parent="lR-97SLr5FdUBatdZVXl-93" style="shape=tableRow;horizontal=0;startSize=0;swimlaneHead=0;swimlaneBody=0;fillColor=none;collapsible=0;dropTarget=0;points=[[0,0.5],[1,0.5]];portConstraint=eastwest;top=0;left=0;right=0;bottom=0;" value="" vertex="1">
          <mxGeometry height="30" width="180" y="90" as="geometry" />
        </mxCell>
        <mxCell id="lR-97SLr5FdUBatdZVXl-101" parent="lR-97SLr5FdUBatdZVXl-100" style="shape=partialRectangle;connectable=0;fillColor=none;top=0;left=0;bottom=0;right=0;editable=1;overflow=hidden;whiteSpace=wrap;html=1;" value="FK" vertex="1">
          <mxGeometry height="30" width="30" as="geometry">
            <mxRectangle height="30" width="30" as="alternateBounds" />
          </mxGeometry>
        </mxCell>
        <mxCell id="lR-97SLr5FdUBatdZVXl-102" parent="lR-97SLr5FdUBatdZVXl-100" style="shape=partialRectangle;connectable=0;fillColor=none;top=0;left=0;bottom=0;right=0;align=left;spacingLeft=6;overflow=hidden;whiteSpace=wrap;html=1;" value="creator_id" vertex="1">
          <mxGeometry height="30" width="150" x="30" as="geometry">
            <mxRectangle height="30" width="150" as="alternateBounds" />
          </mxGeometry>
        </mxCell>
-         <mxCell id="lR-97SLr5FdUBatdZVXl-106" edge="1" parent="1" source="UtRs8WN_C0BMRGelSaca-50" style="endArrow=none;html=1;rounded=0;entryX=0;entryY=0.25;entryDx=0;entryDy=0;exitX=1;exitY=0.5;exitDx=0;exitDy=0;" target="lR-97SLr5FdUBatdZVXl-93" value="">
-           <mxGeometry height="50" relative="1" width="50" as="geometry">
-             <mxPoint x="240" y="630" as="sourcePoint" />
+         <mxCell id="lR-97SLr5FdUBatdZVXl-106" edge="1" parent="1" style="endArrow=none;html=1;rounded=0;entryX=0;entryY=0.25;entryDx=0;entryDy=0;" target="lR-97SLr5FdUBatdZVXl-93" value="">
+           <mxGeometry height="50" relative="1" width="50" as="geometry">
+             <mxPoint x="320" y="450" as="sourcePoint" />
            <mxPoint x="290" y="580" as="targetPoint" />
          </mxGeometry>
        </mxCell>
        <mxCell id="lR-97SLr5FdUBatdZVXl-107" parent="1" style="text;html=1;whiteSpace=wrap;strokeColor=none;fillColor=none;align=center;verticalAlign=middle;rounded=0;" value="M(1)" vertex="1">
          <mxGeometry height="30" width="60" x="335" y="446" as="geometry" />
-         </mxCell>
-         <mxCell id="lR-97SLr5FdUBatdZVXl-108" parent="1" style="text;html=1;whiteSpace=wrap;strokeColor=none;fillColor=none;align=center;verticalAlign=middle;rounded=0;" value="1(0)" vertex="1">
-           <mxGeometry height="30" width="60" x="263" y="420" as="geometry" />
        </mxCell>
        <mxCell id="lR-97SLr5FdUBatdZVXl-109" edge="1" parent="1" source="UtRs8WN_C0BMRGelSaca-5" style="endArrow=none;html=1;rounded=0;entryX=1;entryY=0.5;entryDx=0;entryDy=0;exitX=0.049;exitY=1.002;exitDx=0;exitDy=0;exitPerimeter=0;" target="lR-97SLr5FdUBatdZVXl-94" value="">
          <mxGeometry height="50" relative="1" width="50" as="geometry">
            <Array as="points">
              <mxPoint x="580" y="420" />
            </Array>
            <mxPoint x="320" y="370" as="sourcePoint" />
            <mxPoint x="370" y="320" as="targetPoint" />
          </mxGeometry>
        </mxCell>
        <mxCell id="lR-97SLr5FdUBatdZVXl-110" parent="1" style="text;html=1;whiteSpace=wrap;strokeColor=none;fillColor=none;align=center;verticalAlign=middle;rounded=0;" value="M(1)" vertex="1">
          <mxGeometry height="30" width="60" x="547" y="491" as="geometry" />
        </mxCell>
        <mxCell id="lR-97SLr5FdUBatdZVXl-111" parent="1" style="text;html=1;whiteSpace=wrap;strokeColor=none;fillColor=none;align=center;verticalAlign=middle;rounded=0;" value="1(0)" vertex="1">
          <mxGeometry height="30" width="60" x="647" y="370" as="geometry" />
        </mxCell>
+         <mxCell id="qrZy6X1cTRE0RVb8nfXg-2" parent="1" style="text;html=1;whiteSpace=wrap;strokeColor=none;fillColor=none;align=center;verticalAlign=middle;rounded=0;" value="1(0)" vertex="1">
+           <mxGeometry height="30" width="60" x="304" y="421" as="geometry" />
+         </mxCell>
      </root>
    </mxGraphModel>
  </diagram>
</mxfile>
